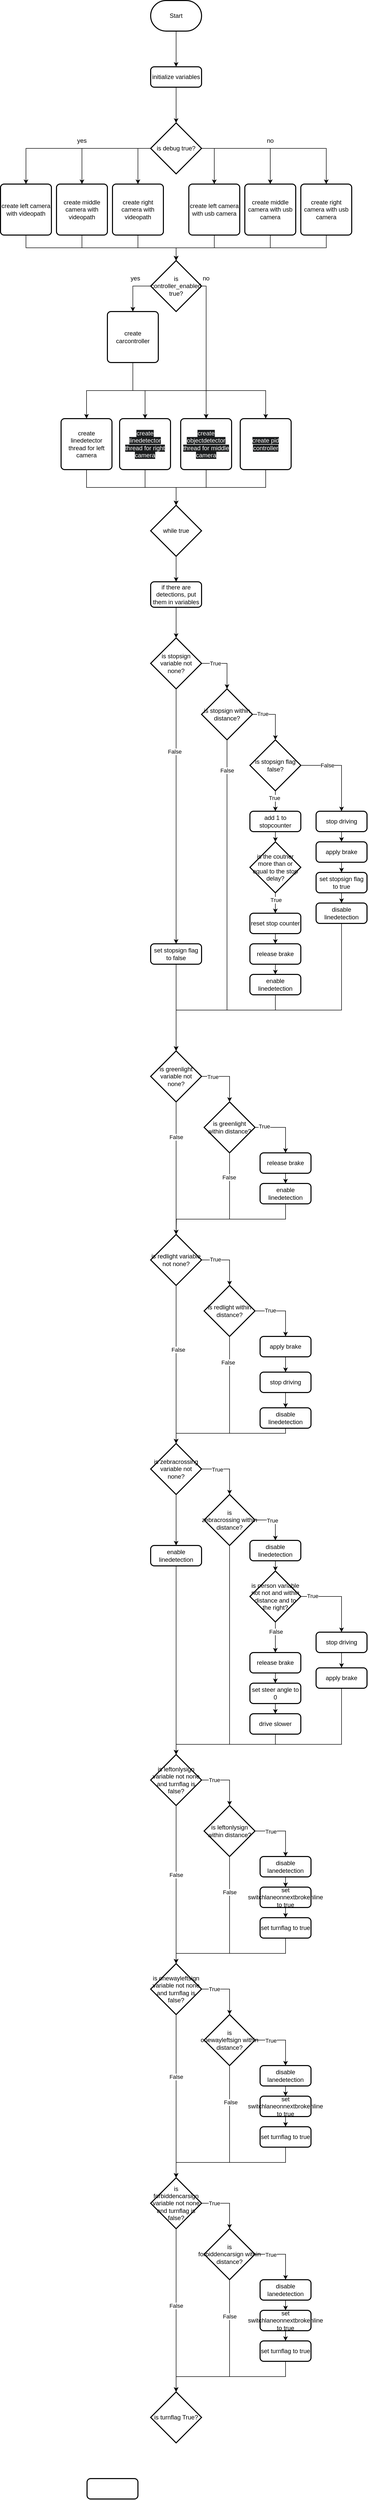
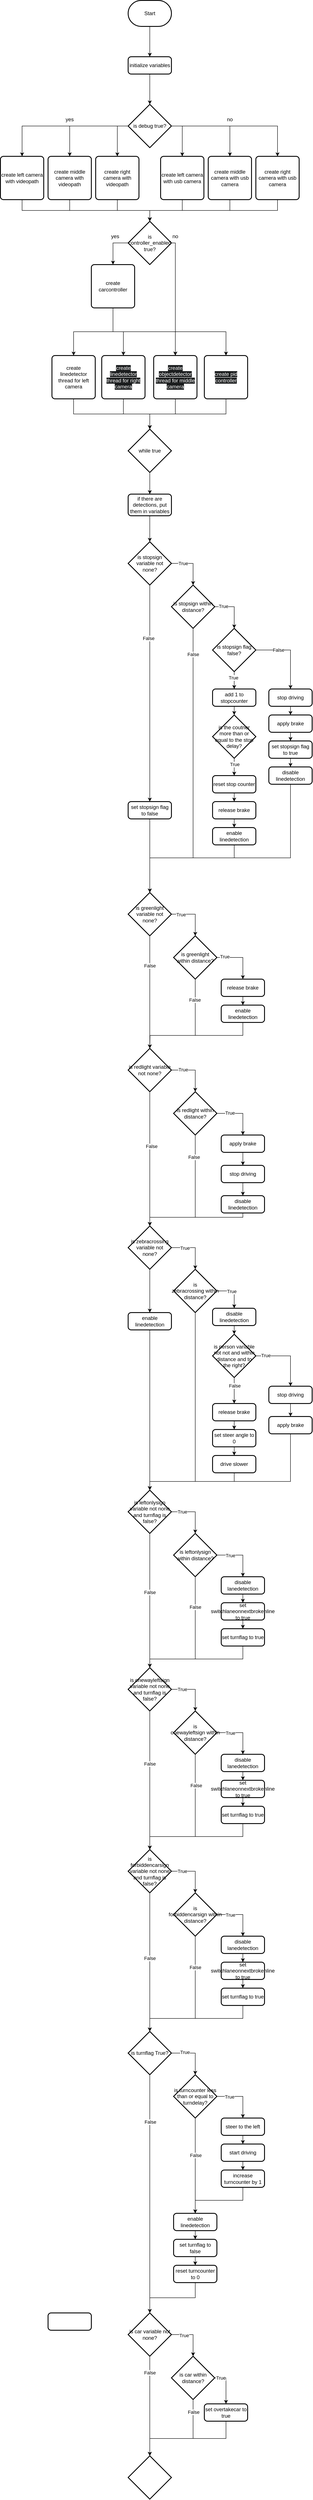
<mxfile host="Electron" agent="Mozilla/5.0 (X11; Linux x86_64) AppleWebKit/537.36 (KHTML, like Gecko) draw.io/29.6.1 Chrome/142.0.7444.265 Electron/39.5.2 Safari/537.36">
  <diagram name="Page-1" id="trSAYwsNCMMECS4tegx-">
-     <mxGraphModel dx="420" dy="1631" grid="1" gridSize="10" guides="1" tooltips="1" connect="1" arrows="1" fold="1" page="1" pageScale="1" pageWidth="850" pageHeight="1100" math="0" shadow="0">
+     <mxGraphModel dx="975" dy="1704" grid="1" gridSize="10" guides="1" tooltips="1" connect="1" arrows="1" fold="1" page="1" pageScale="1" pageWidth="850" pageHeight="1100" math="0" shadow="0">
      <root>
        <mxCell id="0" />
        <mxCell id="1" parent="0" />
        <mxCell id="oaYynXCtSbObmKjgKk2O-36" edge="1" parent="1" source="cpp6Cakv0Q8C6xYtW_qc-5" style="edgeStyle=orthogonalEdgeStyle;rounded=0;orthogonalLoop=1;jettySize=auto;html=1;exitX=0.5;exitY=1;exitDx=0;exitDy=0;exitPerimeter=0;" target="oaYynXCtSbObmKjgKk2O-35">
          <mxGeometry relative="1" as="geometry" />
        </mxCell>
        <mxCell id="cpp6Cakv0Q8C6xYtW_qc-5" parent="1" style="strokeWidth=2;html=1;shape=mxgraph.flowchart.terminator;whiteSpace=wrap;" value="Start" vertex="1">
          <mxGeometry height="60" width="100" x="375" y="-1070" as="geometry" />
        </mxCell>
        <mxCell id="oaYynXCtSbObmKjgKk2O-10" edge="1" parent="1" source="oaYynXCtSbObmKjgKk2O-1" style="edgeStyle=orthogonalEdgeStyle;rounded=0;orthogonalLoop=1;jettySize=auto;html=1;exitX=0;exitY=0.5;exitDx=0;exitDy=0;exitPerimeter=0;" target="oaYynXCtSbObmKjgKk2O-3">
          <mxGeometry relative="1" as="geometry" />
        </mxCell>
        <mxCell id="oaYynXCtSbObmKjgKk2O-11" edge="1" parent="1" source="oaYynXCtSbObmKjgKk2O-1" style="edgeStyle=orthogonalEdgeStyle;rounded=0;orthogonalLoop=1;jettySize=auto;html=1;exitX=0;exitY=0.5;exitDx=0;exitDy=0;exitPerimeter=0;" target="oaYynXCtSbObmKjgKk2O-2">
          <mxGeometry relative="1" as="geometry" />
        </mxCell>
        <mxCell id="oaYynXCtSbObmKjgKk2O-12" edge="1" parent="1" source="oaYynXCtSbObmKjgKk2O-1" style="edgeStyle=orthogonalEdgeStyle;rounded=0;orthogonalLoop=1;jettySize=auto;html=1;exitX=0;exitY=0.5;exitDx=0;exitDy=0;exitPerimeter=0;" target="oaYynXCtSbObmKjgKk2O-4">
          <mxGeometry relative="1" as="geometry" />
        </mxCell>
        <mxCell id="oaYynXCtSbObmKjgKk2O-13" edge="1" parent="1" source="oaYynXCtSbObmKjgKk2O-1" style="edgeStyle=orthogonalEdgeStyle;rounded=0;orthogonalLoop=1;jettySize=auto;html=1;exitX=1;exitY=0.5;exitDx=0;exitDy=0;exitPerimeter=0;" target="oaYynXCtSbObmKjgKk2O-5">
          <mxGeometry relative="1" as="geometry" />
        </mxCell>
        <mxCell id="oaYynXCtSbObmKjgKk2O-14" edge="1" parent="1" source="oaYynXCtSbObmKjgKk2O-1" style="edgeStyle=orthogonalEdgeStyle;rounded=0;orthogonalLoop=1;jettySize=auto;html=1;exitX=1;exitY=0.5;exitDx=0;exitDy=0;exitPerimeter=0;" target="oaYynXCtSbObmKjgKk2O-6">
          <mxGeometry relative="1" as="geometry" />
        </mxCell>
        <mxCell id="oaYynXCtSbObmKjgKk2O-15" edge="1" parent="1" source="oaYynXCtSbObmKjgKk2O-1" style="edgeStyle=orthogonalEdgeStyle;rounded=0;orthogonalLoop=1;jettySize=auto;html=1;exitX=1;exitY=0.5;exitDx=0;exitDy=0;exitPerimeter=0;" target="oaYynXCtSbObmKjgKk2O-7">
          <mxGeometry relative="1" as="geometry" />
        </mxCell>
        <mxCell id="oaYynXCtSbObmKjgKk2O-1" parent="1" style="strokeWidth=2;html=1;shape=mxgraph.flowchart.decision;whiteSpace=wrap;" value="is debug true?" vertex="1">
          <mxGeometry height="100" width="100" x="375" y="-830" as="geometry" />
        </mxCell>
        <mxCell id="oaYynXCtSbObmKjgKk2O-24" edge="1" parent="1" source="oaYynXCtSbObmKjgKk2O-2" style="edgeStyle=orthogonalEdgeStyle;rounded=0;orthogonalLoop=1;jettySize=auto;html=1;exitX=0.5;exitY=1;exitDx=0;exitDy=0;" target="oaYynXCtSbObmKjgKk2O-21">
          <mxGeometry relative="1" as="geometry" />
        </mxCell>
        <mxCell id="oaYynXCtSbObmKjgKk2O-2" parent="1" style="rounded=1;whiteSpace=wrap;html=1;absoluteArcSize=1;arcSize=14;strokeWidth=2;" value="create left camera with videopath" vertex="1">
          <mxGeometry height="100" width="100" x="80" y="-710" as="geometry" />
        </mxCell>
        <mxCell id="oaYynXCtSbObmKjgKk2O-3" parent="1" style="rounded=1;whiteSpace=wrap;html=1;absoluteArcSize=1;arcSize=14;strokeWidth=2;" value="create middle camera with videopath" vertex="1">
          <mxGeometry height="100" width="100" x="190" y="-710" as="geometry" />
        </mxCell>
        <mxCell id="oaYynXCtSbObmKjgKk2O-4" parent="1" style="rounded=1;whiteSpace=wrap;html=1;absoluteArcSize=1;arcSize=14;strokeWidth=2;" value="create right camera with videopath" vertex="1">
          <mxGeometry height="100" width="100" x="300" y="-710" as="geometry" />
        </mxCell>
        <mxCell id="oaYynXCtSbObmKjgKk2O-25" edge="1" parent="1" source="oaYynXCtSbObmKjgKk2O-5" style="edgeStyle=orthogonalEdgeStyle;rounded=0;orthogonalLoop=1;jettySize=auto;html=1;exitX=0.5;exitY=1;exitDx=0;exitDy=0;" target="oaYynXCtSbObmKjgKk2O-21">
          <mxGeometry relative="1" as="geometry" />
        </mxCell>
        <mxCell id="oaYynXCtSbObmKjgKk2O-5" parent="1" style="rounded=1;whiteSpace=wrap;html=1;absoluteArcSize=1;arcSize=14;strokeWidth=2;" value="create left camera with usb camera" vertex="1">
          <mxGeometry height="100" width="100" x="450" y="-710" as="geometry" />
        </mxCell>
        <mxCell id="oaYynXCtSbObmKjgKk2O-26" edge="1" parent="1" source="oaYynXCtSbObmKjgKk2O-6" style="edgeStyle=orthogonalEdgeStyle;rounded=0;orthogonalLoop=1;jettySize=auto;html=1;exitX=0.5;exitY=1;exitDx=0;exitDy=0;" target="oaYynXCtSbObmKjgKk2O-21">
          <mxGeometry relative="1" as="geometry" />
        </mxCell>
        <mxCell id="oaYynXCtSbObmKjgKk2O-6" parent="1" style="rounded=1;whiteSpace=wrap;html=1;absoluteArcSize=1;arcSize=14;strokeWidth=2;" value="create middle camera with usb camera" vertex="1">
          <mxGeometry height="100" width="100" x="560" y="-710" as="geometry" />
        </mxCell>
        <mxCell id="oaYynXCtSbObmKjgKk2O-27" edge="1" parent="1" source="oaYynXCtSbObmKjgKk2O-7" style="edgeStyle=orthogonalEdgeStyle;rounded=0;orthogonalLoop=1;jettySize=auto;html=1;exitX=0.5;exitY=1;exitDx=0;exitDy=0;" target="oaYynXCtSbObmKjgKk2O-21">
          <mxGeometry relative="1" as="geometry" />
        </mxCell>
        <mxCell id="oaYynXCtSbObmKjgKk2O-7" parent="1" style="rounded=1;whiteSpace=wrap;html=1;absoluteArcSize=1;arcSize=14;strokeWidth=2;" value="create right camera with usb camera" vertex="1">
          <mxGeometry height="100" width="100" x="670" y="-710" as="geometry" />
        </mxCell>
        <mxCell id="oaYynXCtSbObmKjgKk2O-18" parent="1" style="text;html=1;whiteSpace=wrap;strokeColor=none;fillColor=none;align=center;verticalAlign=middle;rounded=0;" value="yes" vertex="1">
          <mxGeometry height="30" width="60" x="210" y="-810" as="geometry" />
        </mxCell>
        <mxCell id="oaYynXCtSbObmKjgKk2O-19" parent="1" style="text;html=1;whiteSpace=wrap;strokeColor=none;fillColor=none;align=center;verticalAlign=middle;rounded=0;" value="no" vertex="1">
          <mxGeometry height="30" width="60" x="580" y="-810" as="geometry" />
        </mxCell>
        <mxCell id="oaYynXCtSbObmKjgKk2O-30" edge="1" parent="1" source="oaYynXCtSbObmKjgKk2O-21" style="edgeStyle=orthogonalEdgeStyle;rounded=0;orthogonalLoop=1;jettySize=auto;html=1;exitX=0;exitY=0.5;exitDx=0;exitDy=0;exitPerimeter=0;" target="oaYynXCtSbObmKjgKk2O-28">
          <mxGeometry relative="1" as="geometry" />
        </mxCell>
        <mxCell id="oaYynXCtSbObmKjgKk2O-47" edge="1" parent="1" source="oaYynXCtSbObmKjgKk2O-21" style="edgeStyle=orthogonalEdgeStyle;rounded=0;orthogonalLoop=1;jettySize=auto;html=1;exitX=1;exitY=0.5;exitDx=0;exitDy=0;exitPerimeter=0;" target="oaYynXCtSbObmKjgKk2O-40">
          <mxGeometry relative="1" as="geometry">
            <Array as="points">
              <mxPoint x="484" y="-510" />
            </Array>
          </mxGeometry>
        </mxCell>
        <mxCell id="oaYynXCtSbObmKjgKk2O-21" parent="1" style="strokeWidth=2;html=1;shape=mxgraph.flowchart.decision;whiteSpace=wrap;" value="is controller_enabled true?" vertex="1">
          <mxGeometry height="100" width="100" x="375" y="-560" as="geometry" />
        </mxCell>
        <mxCell id="oaYynXCtSbObmKjgKk2O-22" edge="1" parent="1" source="oaYynXCtSbObmKjgKk2O-4" style="edgeStyle=orthogonalEdgeStyle;rounded=0;orthogonalLoop=1;jettySize=auto;html=1;exitX=0.5;exitY=1;exitDx=0;exitDy=0;entryX=0.5;entryY=0;entryDx=0;entryDy=0;entryPerimeter=0;" target="oaYynXCtSbObmKjgKk2O-21">
          <mxGeometry relative="1" as="geometry" />
        </mxCell>
        <mxCell id="oaYynXCtSbObmKjgKk2O-23" edge="1" parent="1" source="oaYynXCtSbObmKjgKk2O-3" style="edgeStyle=orthogonalEdgeStyle;rounded=0;orthogonalLoop=1;jettySize=auto;html=1;exitX=0.5;exitY=1;exitDx=0;exitDy=0;entryX=0.5;entryY=0;entryDx=0;entryDy=0;entryPerimeter=0;" target="oaYynXCtSbObmKjgKk2O-21">
          <mxGeometry relative="1" as="geometry" />
        </mxCell>
        <mxCell id="oaYynXCtSbObmKjgKk2O-44" edge="1" parent="1" source="oaYynXCtSbObmKjgKk2O-28" style="edgeStyle=orthogonalEdgeStyle;rounded=0;orthogonalLoop=1;jettySize=auto;html=1;exitX=0.5;exitY=1;exitDx=0;exitDy=0;entryX=0.5;entryY=0;entryDx=0;entryDy=0;" target="oaYynXCtSbObmKjgKk2O-38">
          <mxGeometry relative="1" as="geometry" />
        </mxCell>
        <mxCell id="oaYynXCtSbObmKjgKk2O-45" edge="1" parent="1" source="oaYynXCtSbObmKjgKk2O-28" style="edgeStyle=orthogonalEdgeStyle;rounded=0;orthogonalLoop=1;jettySize=auto;html=1;exitX=0.5;exitY=1;exitDx=0;exitDy=0;entryX=0.5;entryY=0;entryDx=0;entryDy=0;" target="oaYynXCtSbObmKjgKk2O-39">
          <mxGeometry relative="1" as="geometry" />
        </mxCell>
        <mxCell id="oaYynXCtSbObmKjgKk2O-46" edge="1" parent="1" source="oaYynXCtSbObmKjgKk2O-28" style="edgeStyle=orthogonalEdgeStyle;rounded=0;orthogonalLoop=1;jettySize=auto;html=1;exitX=0.5;exitY=1;exitDx=0;exitDy=0;" target="oaYynXCtSbObmKjgKk2O-40">
          <mxGeometry relative="1" as="geometry" />
        </mxCell>
        <mxCell id="oaYynXCtSbObmKjgKk2O-50" edge="1" parent="1" source="oaYynXCtSbObmKjgKk2O-28" style="edgeStyle=orthogonalEdgeStyle;rounded=0;orthogonalLoop=1;jettySize=auto;html=1;exitX=0.5;exitY=1;exitDx=0;exitDy=0;" target="oaYynXCtSbObmKjgKk2O-49">
          <mxGeometry relative="1" as="geometry" />
        </mxCell>
        <mxCell id="oaYynXCtSbObmKjgKk2O-28" parent="1" style="rounded=1;whiteSpace=wrap;html=1;absoluteArcSize=1;arcSize=14;strokeWidth=2;" value="create carcontroller" vertex="1">
          <mxGeometry height="100" width="100" x="290" y="-460" as="geometry" />
        </mxCell>
        <mxCell id="oaYynXCtSbObmKjgKk2O-32" parent="1" style="text;html=1;whiteSpace=wrap;strokeColor=none;fillColor=none;align=center;verticalAlign=middle;rounded=0;" value="yes" vertex="1">
          <mxGeometry height="30" width="60" x="315" y="-540" as="geometry" />
        </mxCell>
        <mxCell id="oaYynXCtSbObmKjgKk2O-37" edge="1" parent="1" source="oaYynXCtSbObmKjgKk2O-35" style="edgeStyle=orthogonalEdgeStyle;rounded=0;orthogonalLoop=1;jettySize=auto;html=1;exitX=0.5;exitY=1;exitDx=0;exitDy=0;" target="oaYynXCtSbObmKjgKk2O-1">
          <mxGeometry relative="1" as="geometry" />
        </mxCell>
        <mxCell id="oaYynXCtSbObmKjgKk2O-35" parent="1" style="rounded=1;whiteSpace=wrap;html=1;absoluteArcSize=1;arcSize=14;strokeWidth=2;" value="initialize variables" vertex="1">
          <mxGeometry height="40" width="100" x="375" y="-940" as="geometry" />
        </mxCell>
        <mxCell id="oaYynXCtSbObmKjgKk2O-52" edge="1" parent="1" source="oaYynXCtSbObmKjgKk2O-38" style="edgeStyle=orthogonalEdgeStyle;rounded=0;orthogonalLoop=1;jettySize=auto;html=1;exitX=0.5;exitY=1;exitDx=0;exitDy=0;" target="oaYynXCtSbObmKjgKk2O-51">
          <mxGeometry relative="1" as="geometry" />
        </mxCell>
        <mxCell id="oaYynXCtSbObmKjgKk2O-38" parent="1" style="rounded=1;whiteSpace=wrap;html=1;absoluteArcSize=1;arcSize=14;strokeWidth=2;" value="create linedetector thread for left camera" vertex="1">
          <mxGeometry height="100" width="100" x="199" y="-250" as="geometry" />
        </mxCell>
        <mxCell id="oaYynXCtSbObmKjgKk2O-53" edge="1" parent="1" source="oaYynXCtSbObmKjgKk2O-39" style="edgeStyle=orthogonalEdgeStyle;rounded=0;orthogonalLoop=1;jettySize=auto;html=1;" target="oaYynXCtSbObmKjgKk2O-51">
          <mxGeometry relative="1" as="geometry" />
        </mxCell>
        <mxCell id="oaYynXCtSbObmKjgKk2O-39" parent="1" style="rounded=1;whiteSpace=wrap;html=1;absoluteArcSize=1;arcSize=14;strokeWidth=2;" value="&lt;span style=&quot;color: rgb(255, 255, 255); font-family: Helvetica; font-size: 12px; font-style: normal; font-variant-ligatures: normal; font-variant-caps: normal; font-weight: 400; letter-spacing: normal; orphans: 2; text-align: center; text-indent: 0px; text-transform: none; widows: 2; word-spacing: 0px; -webkit-text-stroke-width: 0px; white-space: normal; background-color: rgb(27, 29, 30); text-decoration-thickness: initial; text-decoration-style: initial; text-decoration-color: initial; display: inline !important; float: none;&quot;&gt;create linedetector thread for right camera&lt;/span&gt;" vertex="1">
          <mxGeometry height="100" width="100" x="314" y="-250" as="geometry" />
        </mxCell>
        <mxCell id="oaYynXCtSbObmKjgKk2O-54" edge="1" parent="1" source="oaYynXCtSbObmKjgKk2O-40" style="edgeStyle=orthogonalEdgeStyle;rounded=0;orthogonalLoop=1;jettySize=auto;html=1;exitX=0.5;exitY=1;exitDx=0;exitDy=0;" target="oaYynXCtSbObmKjgKk2O-51">
          <mxGeometry relative="1" as="geometry" />
        </mxCell>
        <mxCell id="oaYynXCtSbObmKjgKk2O-40" parent="1" style="rounded=1;whiteSpace=wrap;html=1;absoluteArcSize=1;arcSize=14;strokeWidth=2;" value="&lt;span style=&quot;color: rgb(255, 255, 255); font-family: Helvetica; font-size: 12px; font-style: normal; font-variant-ligatures: normal; font-variant-caps: normal; font-weight: 400; letter-spacing: normal; orphans: 2; text-align: center; text-indent: 0px; text-transform: none; widows: 2; word-spacing: 0px; -webkit-text-stroke-width: 0px; white-space: normal; background-color: rgb(27, 29, 30); text-decoration-thickness: initial; text-decoration-style: initial; text-decoration-color: initial; display: inline !important; float: none;&quot;&gt;create objectdetector thread for middle camera&lt;/span&gt;" vertex="1">
          <mxGeometry height="100" width="100" x="434" y="-250" as="geometry" />
        </mxCell>
        <mxCell id="oaYynXCtSbObmKjgKk2O-48" parent="1" style="text;html=1;whiteSpace=wrap;strokeColor=none;fillColor=none;align=center;verticalAlign=middle;rounded=0;" value="no" vertex="1">
          <mxGeometry height="30" width="60" x="454" y="-540" as="geometry" />
        </mxCell>
        <mxCell id="oaYynXCtSbObmKjgKk2O-55" edge="1" parent="1" source="oaYynXCtSbObmKjgKk2O-49" style="edgeStyle=orthogonalEdgeStyle;rounded=0;orthogonalLoop=1;jettySize=auto;html=1;exitX=0.5;exitY=1;exitDx=0;exitDy=0;" target="oaYynXCtSbObmKjgKk2O-51">
          <mxGeometry relative="1" as="geometry" />
        </mxCell>
        <mxCell id="oaYynXCtSbObmKjgKk2O-49" parent="1" style="rounded=1;whiteSpace=wrap;html=1;absoluteArcSize=1;arcSize=14;strokeWidth=2;" value="&lt;span style=&quot;color: rgb(255, 255, 255); font-family: Helvetica; font-size: 12px; font-style: normal; font-variant-ligatures: normal; font-variant-caps: normal; font-weight: 400; letter-spacing: normal; orphans: 2; text-align: center; text-indent: 0px; text-transform: none; widows: 2; word-spacing: 0px; -webkit-text-stroke-width: 0px; white-space: normal; background-color: rgb(27, 29, 30); text-decoration-thickness: initial; text-decoration-style: initial; text-decoration-color: initial; display: inline !important; float: none;&quot;&gt;create pid controller&lt;/span&gt;" vertex="1">
          <mxGeometry height="100" width="100" x="551" y="-250" as="geometry" />
        </mxCell>
        <mxCell id="EWZVm-5fwr14g5OJz49k-3" edge="1" parent="1" source="oaYynXCtSbObmKjgKk2O-51" style="edgeStyle=orthogonalEdgeStyle;rounded=0;orthogonalLoop=1;jettySize=auto;html=1;exitX=0.5;exitY=1;exitDx=0;exitDy=0;exitPerimeter=0;" target="EWZVm-5fwr14g5OJz49k-1">
          <mxGeometry relative="1" as="geometry" />
        </mxCell>
        <mxCell id="oaYynXCtSbObmKjgKk2O-51" parent="1" style="strokeWidth=2;html=1;shape=mxgraph.flowchart.decision;whiteSpace=wrap;" value="while true" vertex="1">
          <mxGeometry height="100" width="100" x="375" y="-80" as="geometry" />
        </mxCell>
        <mxCell id="EWZVm-5fwr14g5OJz49k-5" edge="1" parent="1" source="EWZVm-5fwr14g5OJz49k-1" style="edgeStyle=orthogonalEdgeStyle;rounded=0;orthogonalLoop=1;jettySize=auto;html=1;exitX=0.5;exitY=1;exitDx=0;exitDy=0;" target="EWZVm-5fwr14g5OJz49k-2">
          <mxGeometry relative="1" as="geometry" />
        </mxCell>
        <mxCell id="EWZVm-5fwr14g5OJz49k-1" parent="1" style="rounded=1;whiteSpace=wrap;html=1;absoluteArcSize=1;arcSize=14;strokeWidth=2;" value="if there are detections, put them in variables" vertex="1">
          <mxGeometry height="50" width="100" x="375" y="70" as="geometry" />
        </mxCell>
        <mxCell id="EWZVm-5fwr14g5OJz49k-8" edge="1" parent="1" source="EWZVm-5fwr14g5OJz49k-2" style="edgeStyle=orthogonalEdgeStyle;rounded=0;orthogonalLoop=1;jettySize=auto;html=1;exitX=1;exitY=0.5;exitDx=0;exitDy=0;exitPerimeter=0;" target="EWZVm-5fwr14g5OJz49k-6">
          <mxGeometry relative="1" as="geometry" />
        </mxCell>
        <mxCell id="EWZVm-5fwr14g5OJz49k-10" connectable="0" parent="EWZVm-5fwr14g5OJz49k-8" style="edgeLabel;html=1;align=center;verticalAlign=middle;resizable=0;points=[];" value="True" vertex="1">
          <mxGeometry relative="1" x="-0.4714" as="geometry">
            <mxPoint as="offset" />
          </mxGeometry>
        </mxCell>
        <mxCell id="EWZVm-5fwr14g5OJz49k-37" edge="1" parent="1" source="EWZVm-5fwr14g5OJz49k-2" style="edgeStyle=orthogonalEdgeStyle;rounded=0;orthogonalLoop=1;jettySize=auto;html=1;exitX=0.5;exitY=1;exitDx=0;exitDy=0;exitPerimeter=0;" target="EWZVm-5fwr14g5OJz49k-40">
          <mxGeometry relative="1" as="geometry">
            <mxPoint x="425" y="760" as="targetPoint" />
          </mxGeometry>
        </mxCell>
        <mxCell id="EWZVm-5fwr14g5OJz49k-47" connectable="0" parent="EWZVm-5fwr14g5OJz49k-37" style="edgeLabel;html=1;align=center;verticalAlign=middle;resizable=0;points=[];" value="False" vertex="1">
          <mxGeometry relative="1" x="-0.508" y="-3" as="geometry">
            <mxPoint as="offset" />
          </mxGeometry>
        </mxCell>
        <mxCell id="EWZVm-5fwr14g5OJz49k-2" parent="1" style="strokeWidth=2;html=1;shape=mxgraph.flowchart.decision;whiteSpace=wrap;" value="is stopsign variable not none?" vertex="1">
          <mxGeometry height="100" width="100" x="375" y="180" as="geometry" />
        </mxCell>
        <mxCell id="EWZVm-5fwr14g5OJz49k-9" edge="1" parent="1" source="EWZVm-5fwr14g5OJz49k-6" style="edgeStyle=orthogonalEdgeStyle;rounded=0;orthogonalLoop=1;jettySize=auto;html=1;exitX=1;exitY=0.5;exitDx=0;exitDy=0;exitPerimeter=0;" target="EWZVm-5fwr14g5OJz49k-7">
          <mxGeometry relative="1" as="geometry" />
        </mxCell>
        <mxCell id="EWZVm-5fwr14g5OJz49k-11" connectable="0" parent="EWZVm-5fwr14g5OJz49k-9" style="edgeLabel;html=1;align=center;verticalAlign=middle;resizable=0;points=[];" value="True" vertex="1">
          <mxGeometry relative="1" x="-0.5789" y="1" as="geometry">
            <mxPoint as="offset" />
          </mxGeometry>
        </mxCell>
        <mxCell id="EWZVm-5fwr14g5OJz49k-44" edge="1" parent="1" source="EWZVm-5fwr14g5OJz49k-6" style="edgeStyle=orthogonalEdgeStyle;rounded=0;orthogonalLoop=1;jettySize=auto;html=1;exitX=0.5;exitY=1;exitDx=0;exitDy=0;exitPerimeter=0;" target="EWZVm-5fwr14g5OJz49k-41">
          <mxGeometry relative="1" as="geometry">
            <Array as="points">
              <mxPoint x="525" y="910" />
              <mxPoint x="425" y="910" />
            </Array>
            <mxPoint x="525" y="860" as="targetPoint" />
          </mxGeometry>
        </mxCell>
        <mxCell id="EWZVm-5fwr14g5OJz49k-46" connectable="0" parent="EWZVm-5fwr14g5OJz49k-44" style="edgeLabel;html=1;align=center;verticalAlign=middle;resizable=0;points=[];" value="False" vertex="1">
          <mxGeometry relative="1" x="-0.8313" as="geometry">
            <mxPoint as="offset" />
          </mxGeometry>
        </mxCell>
        <mxCell id="EWZVm-5fwr14g5OJz49k-6" parent="1" style="strokeWidth=2;html=1;shape=mxgraph.flowchart.decision;whiteSpace=wrap;" value="is stopsign within distance?" vertex="1">
          <mxGeometry height="100" width="100" x="475" y="280" as="geometry" />
        </mxCell>
        <mxCell id="EWZVm-5fwr14g5OJz49k-16" edge="1" parent="1" source="EWZVm-5fwr14g5OJz49k-7" style="edgeStyle=orthogonalEdgeStyle;rounded=0;orthogonalLoop=1;jettySize=auto;html=1;exitX=1;exitY=0.5;exitDx=0;exitDy=0;exitPerimeter=0;" target="EWZVm-5fwr14g5OJz49k-12">
          <mxGeometry relative="1" as="geometry" />
        </mxCell>
        <mxCell id="EWZVm-5fwr14g5OJz49k-22" connectable="0" parent="EWZVm-5fwr14g5OJz49k-16" style="edgeLabel;html=1;align=center;verticalAlign=middle;resizable=0;points=[];" value="False" vertex="1">
          <mxGeometry relative="1" x="-0.5571" y="-2" as="geometry">
            <mxPoint x="14" y="-2" as="offset" />
          </mxGeometry>
        </mxCell>
        <mxCell id="EWZVm-5fwr14g5OJz49k-31" edge="1" parent="1" source="EWZVm-5fwr14g5OJz49k-7" style="edgeStyle=orthogonalEdgeStyle;rounded=0;orthogonalLoop=1;jettySize=auto;html=1;exitX=0.5;exitY=1;exitDx=0;exitDy=0;exitPerimeter=0;" target="EWZVm-5fwr14g5OJz49k-24">
          <mxGeometry relative="1" as="geometry" />
        </mxCell>
        <mxCell id="EWZVm-5fwr14g5OJz49k-36" connectable="0" parent="EWZVm-5fwr14g5OJz49k-31" style="edgeLabel;html=1;align=center;verticalAlign=middle;resizable=0;points=[];" value="True" vertex="1">
          <mxGeometry relative="1" x="-0.3" y="-2" as="geometry">
            <mxPoint as="offset" />
          </mxGeometry>
        </mxCell>
        <mxCell id="EWZVm-5fwr14g5OJz49k-7" parent="1" style="strokeWidth=2;html=1;shape=mxgraph.flowchart.decision;whiteSpace=wrap;" value="is stopsign flag false?" vertex="1">
          <mxGeometry height="100" width="100" x="570" y="380" as="geometry" />
        </mxCell>
        <mxCell id="EWZVm-5fwr14g5OJz49k-17" edge="1" parent="1" source="EWZVm-5fwr14g5OJz49k-12" style="edgeStyle=orthogonalEdgeStyle;rounded=0;orthogonalLoop=1;jettySize=auto;html=1;exitX=0.5;exitY=1;exitDx=0;exitDy=0;" target="EWZVm-5fwr14g5OJz49k-13">
          <mxGeometry relative="1" as="geometry" />
        </mxCell>
        <mxCell id="EWZVm-5fwr14g5OJz49k-12" parent="1" style="rounded=1;whiteSpace=wrap;html=1;absoluteArcSize=1;arcSize=14;strokeWidth=2;" value="stop driving" vertex="1">
          <mxGeometry height="40" width="100" x="700" y="520" as="geometry" />
        </mxCell>
        <mxCell id="EWZVm-5fwr14g5OJz49k-18" edge="1" parent="1" source="EWZVm-5fwr14g5OJz49k-13" style="edgeStyle=orthogonalEdgeStyle;rounded=0;orthogonalLoop=1;jettySize=auto;html=1;exitX=0.5;exitY=1;exitDx=0;exitDy=0;" target="EWZVm-5fwr14g5OJz49k-14">
          <mxGeometry relative="1" as="geometry" />
        </mxCell>
        <mxCell id="EWZVm-5fwr14g5OJz49k-13" parent="1" style="rounded=1;whiteSpace=wrap;html=1;absoluteArcSize=1;arcSize=14;strokeWidth=2;" value="apply brake" vertex="1">
          <mxGeometry height="40" width="100" x="700" y="580" as="geometry" />
        </mxCell>
        <mxCell id="EWZVm-5fwr14g5OJz49k-19" edge="1" parent="1" source="EWZVm-5fwr14g5OJz49k-14" style="edgeStyle=orthogonalEdgeStyle;rounded=0;orthogonalLoop=1;jettySize=auto;html=1;exitX=0.5;exitY=1;exitDx=0;exitDy=0;" target="EWZVm-5fwr14g5OJz49k-15">
          <mxGeometry relative="1" as="geometry" />
        </mxCell>
        <mxCell id="EWZVm-5fwr14g5OJz49k-14" parent="1" style="rounded=1;whiteSpace=wrap;html=1;absoluteArcSize=1;arcSize=14;strokeWidth=2;" value="set stopsign flag to true" vertex="1">
          <mxGeometry height="40" width="100" x="700" y="640" as="geometry" />
        </mxCell>
        <mxCell id="EWZVm-5fwr14g5OJz49k-45" edge="1" parent="1" source="EWZVm-5fwr14g5OJz49k-15" style="edgeStyle=orthogonalEdgeStyle;rounded=0;orthogonalLoop=1;jettySize=auto;html=1;exitX=0.5;exitY=1;exitDx=0;exitDy=0;" target="EWZVm-5fwr14g5OJz49k-41">
          <mxGeometry relative="1" as="geometry">
            <Array as="points">
              <mxPoint x="750" y="910" />
              <mxPoint x="425" y="910" />
            </Array>
          </mxGeometry>
        </mxCell>
        <mxCell id="EWZVm-5fwr14g5OJz49k-15" parent="1" style="rounded=1;whiteSpace=wrap;html=1;absoluteArcSize=1;arcSize=14;strokeWidth=2;" value="disable linedetection" vertex="1">
          <mxGeometry height="40" width="100" x="700" y="700" as="geometry" />
        </mxCell>
        <mxCell id="EWZVm-5fwr14g5OJz49k-32" edge="1" parent="1" source="EWZVm-5fwr14g5OJz49k-24" style="edgeStyle=orthogonalEdgeStyle;rounded=0;orthogonalLoop=1;jettySize=auto;html=1;exitX=0.5;exitY=1;exitDx=0;exitDy=0;" target="EWZVm-5fwr14g5OJz49k-28">
          <mxGeometry relative="1" as="geometry" />
        </mxCell>
        <mxCell id="EWZVm-5fwr14g5OJz49k-24" parent="1" style="rounded=1;whiteSpace=wrap;html=1;absoluteArcSize=1;arcSize=14;strokeWidth=2;" value="add 1 to stopcounter" vertex="1">
          <mxGeometry height="40" width="100" x="570" y="520" as="geometry" />
        </mxCell>
        <mxCell id="EWZVm-5fwr14g5OJz49k-33" edge="1" parent="1" source="EWZVm-5fwr14g5OJz49k-28" style="edgeStyle=orthogonalEdgeStyle;rounded=0;orthogonalLoop=1;jettySize=auto;html=1;exitX=0.5;exitY=1;exitDx=0;exitDy=0;exitPerimeter=0;" target="EWZVm-5fwr14g5OJz49k-29">
          <mxGeometry relative="1" as="geometry" />
        </mxCell>
        <mxCell id="EWZVm-5fwr14g5OJz49k-35" connectable="0" parent="EWZVm-5fwr14g5OJz49k-33" style="edgeLabel;html=1;align=center;verticalAlign=middle;resizable=0;points=[];" value="True" vertex="1">
          <mxGeometry relative="1" x="-0.3357" y="1" as="geometry">
            <mxPoint as="offset" />
          </mxGeometry>
        </mxCell>
        <mxCell id="EWZVm-5fwr14g5OJz49k-28" parent="1" style="strokeWidth=2;html=1;shape=mxgraph.flowchart.decision;whiteSpace=wrap;" value="is the coutner more than or equal to the stop delay?" vertex="1">
          <mxGeometry height="100" width="100" x="570" y="580" as="geometry" />
        </mxCell>
        <mxCell id="EWZVm-5fwr14g5OJz49k-34" edge="1" parent="1" source="EWZVm-5fwr14g5OJz49k-29" style="edgeStyle=orthogonalEdgeStyle;rounded=0;orthogonalLoop=1;jettySize=auto;html=1;exitX=0.5;exitY=1;exitDx=0;exitDy=0;" target="EWZVm-5fwr14g5OJz49k-30">
          <mxGeometry relative="1" as="geometry" />
        </mxCell>
        <mxCell id="EWZVm-5fwr14g5OJz49k-29" parent="1" style="rounded=1;whiteSpace=wrap;html=1;absoluteArcSize=1;arcSize=14;strokeWidth=2;" value="reset stop counter" vertex="1">
          <mxGeometry height="40" width="100" x="570" y="720" as="geometry" />
        </mxCell>
        <mxCell id="EWZVm-5fwr14g5OJz49k-55" edge="1" parent="1" source="EWZVm-5fwr14g5OJz49k-30" style="edgeStyle=orthogonalEdgeStyle;rounded=0;orthogonalLoop=1;jettySize=auto;html=1;exitX=0.5;exitY=1;exitDx=0;exitDy=0;" target="EWZVm-5fwr14g5OJz49k-54">
          <mxGeometry relative="1" as="geometry" />
        </mxCell>
        <mxCell id="EWZVm-5fwr14g5OJz49k-30" parent="1" style="rounded=1;whiteSpace=wrap;html=1;absoluteArcSize=1;arcSize=14;strokeWidth=2;" value="release brake" vertex="1">
          <mxGeometry height="40" width="100" x="570" y="780" as="geometry" />
        </mxCell>
        <mxCell id="EWZVm-5fwr14g5OJz49k-42" edge="1" parent="1" source="EWZVm-5fwr14g5OJz49k-40" style="edgeStyle=orthogonalEdgeStyle;rounded=0;orthogonalLoop=1;jettySize=auto;html=1;exitX=0.5;exitY=1;exitDx=0;exitDy=0;" target="EWZVm-5fwr14g5OJz49k-41">
          <mxGeometry relative="1" as="geometry" />
        </mxCell>
        <mxCell id="EWZVm-5fwr14g5OJz49k-40" parent="1" style="rounded=1;whiteSpace=wrap;html=1;absoluteArcSize=1;arcSize=14;strokeWidth=2;" value="set stopsign flag to false" vertex="1">
          <mxGeometry height="40" width="100" x="375" y="780" as="geometry" />
        </mxCell>
        <mxCell id="EWZVm-5fwr14g5OJz49k-60" edge="1" parent="1" source="EWZVm-5fwr14g5OJz49k-41" style="edgeStyle=orthogonalEdgeStyle;rounded=0;orthogonalLoop=1;jettySize=auto;html=1;exitX=0.5;exitY=1;exitDx=0;exitDy=0;exitPerimeter=0;">
          <mxGeometry relative="1" as="geometry">
            <mxPoint x="425" y="1350" as="targetPoint" />
          </mxGeometry>
        </mxCell>
        <mxCell id="EWZVm-5fwr14g5OJz49k-79" connectable="0" parent="EWZVm-5fwr14g5OJz49k-60" style="edgeLabel;html=1;align=center;verticalAlign=middle;resizable=0;points=[];" value="False" vertex="1">
          <mxGeometry relative="1" x="-0.4747" as="geometry">
            <mxPoint as="offset" />
          </mxGeometry>
        </mxCell>
        <mxCell id="EWZVm-5fwr14g5OJz49k-41" parent="1" style="strokeWidth=2;html=1;shape=mxgraph.flowchart.decision;whiteSpace=wrap;" value="is greenlight variable not none?" vertex="1">
          <mxGeometry height="100" width="100" x="375" y="990" as="geometry" />
        </mxCell>
        <mxCell id="EWZVm-5fwr14g5OJz49k-58" edge="1" parent="1" source="EWZVm-5fwr14g5OJz49k-49" style="edgeStyle=orthogonalEdgeStyle;rounded=0;orthogonalLoop=1;jettySize=auto;html=1;exitX=1;exitY=0.5;exitDx=0;exitDy=0;exitPerimeter=0;entryX=0.5;entryY=0;entryDx=0;entryDy=0;" target="EWZVm-5fwr14g5OJz49k-50">
          <mxGeometry relative="1" as="geometry" />
        </mxCell>
        <mxCell id="EWZVm-5fwr14g5OJz49k-77" connectable="0" parent="EWZVm-5fwr14g5OJz49k-58" style="edgeLabel;html=1;align=center;verticalAlign=middle;resizable=0;points=[];" value="True" vertex="1">
          <mxGeometry relative="1" x="-0.6753" y="2" as="geometry">
            <mxPoint as="offset" />
          </mxGeometry>
        </mxCell>
        <mxCell id="EWZVm-5fwr14g5OJz49k-61" edge="1" parent="1" source="EWZVm-5fwr14g5OJz49k-49" style="edgeStyle=orthogonalEdgeStyle;rounded=0;orthogonalLoop=1;jettySize=auto;html=1;exitX=0.5;exitY=1;exitDx=0;exitDy=0;exitPerimeter=0;">
          <mxGeometry relative="1" as="geometry">
            <Array as="points">
              <mxPoint x="530" y="1320" />
              <mxPoint x="425" y="1320" />
            </Array>
            <mxPoint x="425" y="1350" as="targetPoint" />
          </mxGeometry>
        </mxCell>
        <mxCell id="EWZVm-5fwr14g5OJz49k-78" connectable="0" parent="EWZVm-5fwr14g5OJz49k-61" style="edgeLabel;html=1;align=center;verticalAlign=middle;resizable=0;points=[];" value="False" vertex="1">
          <mxGeometry relative="1" x="-0.641" y="-1" as="geometry">
            <mxPoint as="offset" />
          </mxGeometry>
        </mxCell>
        <mxCell id="EWZVm-5fwr14g5OJz49k-49" parent="1" style="strokeWidth=2;html=1;shape=mxgraph.flowchart.decision;whiteSpace=wrap;" value="is greenlight within distance?" vertex="1">
          <mxGeometry height="100" width="100" x="480" y="1090" as="geometry" />
        </mxCell>
        <mxCell id="EWZVm-5fwr14g5OJz49k-62" edge="1" parent="1" source="EWZVm-5fwr14g5OJz49k-50" style="edgeStyle=orthogonalEdgeStyle;rounded=0;orthogonalLoop=1;jettySize=auto;html=1;exitX=0.5;exitY=1;exitDx=0;exitDy=0;" target="EWZVm-5fwr14g5OJz49k-51">
          <mxGeometry relative="1" as="geometry" />
        </mxCell>
        <mxCell id="EWZVm-5fwr14g5OJz49k-50" parent="1" style="rounded=1;whiteSpace=wrap;html=1;absoluteArcSize=1;arcSize=14;strokeWidth=2;" value="release brake" vertex="1">
          <mxGeometry height="40" width="100" x="590" y="1190" as="geometry" />
        </mxCell>
        <mxCell id="EWZVm-5fwr14g5OJz49k-63" edge="1" parent="1" source="EWZVm-5fwr14g5OJz49k-51" style="edgeStyle=orthogonalEdgeStyle;rounded=0;orthogonalLoop=1;jettySize=auto;html=1;exitX=0.5;exitY=1;exitDx=0;exitDy=0;">
          <mxGeometry relative="1" as="geometry">
            <mxPoint x="425" y="1350" as="targetPoint" />
          </mxGeometry>
        </mxCell>
        <mxCell id="EWZVm-5fwr14g5OJz49k-51" parent="1" style="rounded=1;whiteSpace=wrap;html=1;absoluteArcSize=1;arcSize=14;strokeWidth=2;" value="enable linedetection" vertex="1">
          <mxGeometry height="40" width="100" x="590" y="1250" as="geometry" />
        </mxCell>
        <mxCell id="EWZVm-5fwr14g5OJz49k-53" parent="1" style="rounded=1;whiteSpace=wrap;html=1;absoluteArcSize=1;arcSize=14;strokeWidth=2;" value="" vertex="1">
-           <mxGeometry height="40" width="100" x="250" y="3790" as="geometry" />
+           <mxGeometry height="40" width="100" x="190" y="4270" as="geometry" />
        </mxCell>
        <mxCell id="EWZVm-5fwr14g5OJz49k-56" edge="1" parent="1" source="EWZVm-5fwr14g5OJz49k-54" style="edgeStyle=orthogonalEdgeStyle;rounded=0;orthogonalLoop=1;jettySize=auto;html=1;exitX=0.5;exitY=1;exitDx=0;exitDy=0;" target="EWZVm-5fwr14g5OJz49k-41">
          <mxGeometry relative="1" as="geometry">
            <Array as="points">
              <mxPoint x="620" y="910" />
              <mxPoint x="425" y="910" />
            </Array>
          </mxGeometry>
        </mxCell>
        <mxCell id="EWZVm-5fwr14g5OJz49k-54" parent="1" style="rounded=1;whiteSpace=wrap;html=1;absoluteArcSize=1;arcSize=14;strokeWidth=2;" value="enable linedetection" vertex="1">
          <mxGeometry height="40" width="100" x="570" y="840" as="geometry" />
        </mxCell>
        <mxCell id="EWZVm-5fwr14g5OJz49k-57" edge="1" parent="1" source="EWZVm-5fwr14g5OJz49k-41" style="edgeStyle=orthogonalEdgeStyle;rounded=0;orthogonalLoop=1;jettySize=auto;html=1;exitX=1;exitY=0.5;exitDx=0;exitDy=0;exitPerimeter=0;entryX=0.5;entryY=0;entryDx=0;entryDy=0;entryPerimeter=0;" target="EWZVm-5fwr14g5OJz49k-49">
          <mxGeometry relative="1" as="geometry" />
        </mxCell>
        <mxCell id="EWZVm-5fwr14g5OJz49k-76" connectable="0" parent="EWZVm-5fwr14g5OJz49k-57" style="edgeLabel;html=1;align=center;verticalAlign=middle;resizable=0;points=[];" value="True" vertex="1">
          <mxGeometry relative="1" x="-0.5782" y="-1" as="geometry">
            <mxPoint as="offset" />
          </mxGeometry>
        </mxCell>
        <mxCell id="EWZVm-5fwr14g5OJz49k-75" edge="1" parent="1" source="EWZVm-5fwr14g5OJz49k-64" style="edgeStyle=orthogonalEdgeStyle;rounded=0;orthogonalLoop=1;jettySize=auto;html=1;exitX=0.5;exitY=1;exitDx=0;exitDy=0;exitPerimeter=0;" target="EWZVm-5fwr14g5OJz49k-74">
          <mxGeometry relative="1" as="geometry" />
        </mxCell>
        <mxCell id="EWZVm-5fwr14g5OJz49k-85" connectable="0" parent="EWZVm-5fwr14g5OJz49k-75" style="edgeLabel;html=1;align=center;verticalAlign=middle;resizable=0;points=[];" value="False" vertex="1">
          <mxGeometry relative="1" x="-0.1862" y="4" as="geometry">
            <mxPoint as="offset" />
          </mxGeometry>
        </mxCell>
        <mxCell id="EWZVm-5fwr14g5OJz49k-64" parent="1" style="strokeWidth=2;html=1;shape=mxgraph.flowchart.decision;whiteSpace=wrap;" value="is redlight variable not none?" vertex="1">
          <mxGeometry height="100" width="100" x="375" y="1350" as="geometry" />
        </mxCell>
        <mxCell id="EWZVm-5fwr14g5OJz49k-65" edge="1" parent="1" source="EWZVm-5fwr14g5OJz49k-66" style="edgeStyle=orthogonalEdgeStyle;rounded=0;orthogonalLoop=1;jettySize=auto;html=1;exitX=1;exitY=0.5;exitDx=0;exitDy=0;exitPerimeter=0;entryX=0.5;entryY=0;entryDx=0;entryDy=0;" target="EWZVm-5fwr14g5OJz49k-68">
          <mxGeometry relative="1" as="geometry" />
        </mxCell>
        <mxCell id="EWZVm-5fwr14g5OJz49k-81" connectable="0" parent="EWZVm-5fwr14g5OJz49k-65" style="edgeLabel;html=1;align=center;verticalAlign=middle;resizable=0;points=[];" value="True" vertex="1">
          <mxGeometry relative="1" x="-0.4545" y="1" as="geometry">
            <mxPoint as="offset" />
          </mxGeometry>
        </mxCell>
        <mxCell id="EWZVm-5fwr14g5OJz49k-82" edge="1" parent="1" source="EWZVm-5fwr14g5OJz49k-66" style="edgeStyle=orthogonalEdgeStyle;rounded=0;orthogonalLoop=1;jettySize=auto;html=1;exitX=0.5;exitY=1;exitDx=0;exitDy=0;exitPerimeter=0;" target="EWZVm-5fwr14g5OJz49k-74">
          <mxGeometry relative="1" as="geometry">
            <Array as="points">
              <mxPoint x="530" y="1740" />
              <mxPoint x="425" y="1740" />
            </Array>
          </mxGeometry>
        </mxCell>
        <mxCell id="EWZVm-5fwr14g5OJz49k-84" connectable="0" parent="EWZVm-5fwr14g5OJz49k-82" style="edgeLabel;html=1;align=center;verticalAlign=middle;resizable=0;points=[];" value="False" vertex="1">
          <mxGeometry relative="1" x="-0.6798" y="-3" as="geometry">
            <mxPoint as="offset" />
          </mxGeometry>
        </mxCell>
        <mxCell id="EWZVm-5fwr14g5OJz49k-66" parent="1" style="strokeWidth=2;html=1;shape=mxgraph.flowchart.decision;whiteSpace=wrap;" value="is redlight within distance?" vertex="1">
          <mxGeometry height="100" width="100" x="480" y="1450" as="geometry" />
        </mxCell>
        <mxCell id="EWZVm-5fwr14g5OJz49k-72" edge="1" parent="1" source="EWZVm-5fwr14g5OJz49k-68" style="edgeStyle=orthogonalEdgeStyle;rounded=0;orthogonalLoop=1;jettySize=auto;html=1;exitX=0.5;exitY=1;exitDx=0;exitDy=0;" target="EWZVm-5fwr14g5OJz49k-71">
          <mxGeometry relative="1" as="geometry" />
        </mxCell>
        <mxCell id="EWZVm-5fwr14g5OJz49k-68" parent="1" style="rounded=1;whiteSpace=wrap;html=1;absoluteArcSize=1;arcSize=14;strokeWidth=2;" value="apply brake" vertex="1">
          <mxGeometry height="40" width="100" x="590" y="1550" as="geometry" />
        </mxCell>
        <mxCell id="EWZVm-5fwr14g5OJz49k-83" edge="1" parent="1" source="EWZVm-5fwr14g5OJz49k-69" style="edgeStyle=orthogonalEdgeStyle;rounded=0;orthogonalLoop=1;jettySize=auto;html=1;exitX=0.5;exitY=1;exitDx=0;exitDy=0;" target="EWZVm-5fwr14g5OJz49k-74">
          <mxGeometry relative="1" as="geometry">
            <Array as="points">
              <mxPoint x="640" y="1740" />
              <mxPoint x="425" y="1740" />
            </Array>
          </mxGeometry>
        </mxCell>
        <mxCell id="EWZVm-5fwr14g5OJz49k-69" parent="1" style="rounded=1;whiteSpace=wrap;html=1;absoluteArcSize=1;arcSize=14;strokeWidth=2;" value="disable linedetection" vertex="1">
          <mxGeometry height="40" width="100" x="590" y="1690" as="geometry" />
        </mxCell>
        <mxCell id="EWZVm-5fwr14g5OJz49k-70" edge="1" parent="1" source="EWZVm-5fwr14g5OJz49k-64" style="edgeStyle=orthogonalEdgeStyle;rounded=0;orthogonalLoop=1;jettySize=auto;html=1;exitX=1;exitY=0.5;exitDx=0;exitDy=0;exitPerimeter=0;entryX=0.5;entryY=0;entryDx=0;entryDy=0;entryPerimeter=0;" target="EWZVm-5fwr14g5OJz49k-66">
          <mxGeometry relative="1" as="geometry" />
        </mxCell>
        <mxCell id="EWZVm-5fwr14g5OJz49k-80" connectable="0" parent="EWZVm-5fwr14g5OJz49k-70" style="edgeLabel;html=1;align=center;verticalAlign=middle;resizable=0;points=[];" value="True" vertex="1">
          <mxGeometry relative="1" x="-0.4966" y="1" as="geometry">
            <mxPoint as="offset" />
          </mxGeometry>
        </mxCell>
        <mxCell id="EWZVm-5fwr14g5OJz49k-73" edge="1" parent="1" source="EWZVm-5fwr14g5OJz49k-71" style="edgeStyle=orthogonalEdgeStyle;rounded=0;orthogonalLoop=1;jettySize=auto;html=1;exitX=0.5;exitY=1;exitDx=0;exitDy=0;" target="EWZVm-5fwr14g5OJz49k-69">
          <mxGeometry relative="1" as="geometry" />
        </mxCell>
        <mxCell id="EWZVm-5fwr14g5OJz49k-71" parent="1" style="rounded=1;whiteSpace=wrap;html=1;absoluteArcSize=1;arcSize=14;strokeWidth=2;" value="stop driving" vertex="1">
          <mxGeometry height="40" width="100" x="590" y="1620" as="geometry" />
        </mxCell>
        <mxCell id="EWZVm-5fwr14g5OJz49k-113" edge="1" parent="1" source="EWZVm-5fwr14g5OJz49k-74" style="edgeStyle=orthogonalEdgeStyle;rounded=0;orthogonalLoop=1;jettySize=auto;html=1;exitX=0.5;exitY=1;exitDx=0;exitDy=0;exitPerimeter=0;" target="EWZVm-5fwr14g5OJz49k-112">
          <mxGeometry relative="1" as="geometry" />
        </mxCell>
        <mxCell id="EWZVm-5fwr14g5OJz49k-74" parent="1" style="strokeWidth=2;html=1;shape=mxgraph.flowchart.decision;whiteSpace=wrap;" value="is zebracrossing variable not none?" vertex="1">
          <mxGeometry height="100" width="100" x="375" y="1760" as="geometry" />
        </mxCell>
        <mxCell id="EWZVm-5fwr14g5OJz49k-109" edge="1" parent="1" source="EWZVm-5fwr14g5OJz49k-86" style="edgeStyle=orthogonalEdgeStyle;rounded=0;orthogonalLoop=1;jettySize=auto;html=1;exitX=0.5;exitY=1;exitDx=0;exitDy=0;exitPerimeter=0;" target="EWZVm-5fwr14g5OJz49k-107">
          <mxGeometry relative="1" as="geometry">
            <Array as="points">
              <mxPoint x="530" y="2350" />
              <mxPoint x="425" y="2350" />
            </Array>
          </mxGeometry>
        </mxCell>
        <mxCell id="EWZVm-5fwr14g5OJz49k-86" parent="1" style="strokeWidth=2;html=1;shape=mxgraph.flowchart.decision;whiteSpace=wrap;" value="is zebracrossing&amp;nbsp;within distance?" vertex="1">
          <mxGeometry height="100" width="100" x="480" y="1860" as="geometry" />
        </mxCell>
        <mxCell id="EWZVm-5fwr14g5OJz49k-89" edge="1" parent="1" source="EWZVm-5fwr14g5OJz49k-87" style="edgeStyle=orthogonalEdgeStyle;rounded=0;orthogonalLoop=1;jettySize=auto;html=1;exitX=1;exitY=0.5;exitDx=0;exitDy=0;exitPerimeter=0;" target="EWZVm-5fwr14g5OJz49k-88">
          <mxGeometry relative="1" as="geometry" />
        </mxCell>
        <mxCell id="EWZVm-5fwr14g5OJz49k-94" connectable="0" parent="EWZVm-5fwr14g5OJz49k-89" style="edgeLabel;html=1;align=center;verticalAlign=middle;resizable=0;points=[];" value="True" vertex="1">
          <mxGeometry relative="1" x="-0.6941" y="1" as="geometry">
            <mxPoint as="offset" />
          </mxGeometry>
        </mxCell>
        <mxCell id="EWZVm-5fwr14g5OJz49k-102" edge="1" parent="1" source="EWZVm-5fwr14g5OJz49k-87" style="edgeStyle=orthogonalEdgeStyle;rounded=0;orthogonalLoop=1;jettySize=auto;html=1;exitX=0.5;exitY=1;exitDx=0;exitDy=0;exitPerimeter=0;" target="EWZVm-5fwr14g5OJz49k-99">
          <mxGeometry relative="1" as="geometry" />
        </mxCell>
        <mxCell id="EWZVm-5fwr14g5OJz49k-106" connectable="0" parent="EWZVm-5fwr14g5OJz49k-102" style="edgeLabel;html=1;align=center;verticalAlign=middle;resizable=0;points=[];" value="False" vertex="1">
          <mxGeometry relative="1" x="-0.3824" y="1" as="geometry">
            <mxPoint as="offset" />
          </mxGeometry>
        </mxCell>
        <mxCell id="EWZVm-5fwr14g5OJz49k-87" parent="1" style="strokeWidth=2;html=1;shape=mxgraph.flowchart.decision;whiteSpace=wrap;" value="is person variable not not and within distance and to the right?" vertex="1">
          <mxGeometry height="100" width="100" x="570" y="2010" as="geometry" />
        </mxCell>
        <mxCell id="EWZVm-5fwr14g5OJz49k-98" edge="1" parent="1" source="EWZVm-5fwr14g5OJz49k-88" style="edgeStyle=orthogonalEdgeStyle;rounded=0;orthogonalLoop=1;jettySize=auto;html=1;exitX=0.5;exitY=1;exitDx=0;exitDy=0;" target="EWZVm-5fwr14g5OJz49k-97">
          <mxGeometry relative="1" as="geometry" />
        </mxCell>
        <mxCell id="EWZVm-5fwr14g5OJz49k-88" parent="1" style="rounded=1;whiteSpace=wrap;html=1;absoluteArcSize=1;arcSize=14;strokeWidth=2;" value="stop driving" vertex="1">
          <mxGeometry height="40" width="100" x="700" y="2130" as="geometry" />
        </mxCell>
        <mxCell id="EWZVm-5fwr14g5OJz49k-90" edge="1" parent="1" source="EWZVm-5fwr14g5OJz49k-74" style="edgeStyle=orthogonalEdgeStyle;rounded=0;orthogonalLoop=1;jettySize=auto;html=1;exitX=1;exitY=0.5;exitDx=0;exitDy=0;exitPerimeter=0;entryX=0.5;entryY=0;entryDx=0;entryDy=0;entryPerimeter=0;" target="EWZVm-5fwr14g5OJz49k-86">
          <mxGeometry relative="1" as="geometry" />
        </mxCell>
        <mxCell id="EWZVm-5fwr14g5OJz49k-92" connectable="0" parent="EWZVm-5fwr14g5OJz49k-90" style="edgeLabel;html=1;align=center;verticalAlign=middle;resizable=0;points=[];" value="True" vertex="1">
          <mxGeometry relative="1" x="-0.405" y="-1" as="geometry">
            <mxPoint as="offset" />
          </mxGeometry>
        </mxCell>
        <mxCell id="EWZVm-5fwr14g5OJz49k-91" edge="1" parent="1" source="EWZVm-5fwr14g5OJz49k-86" style="edgeStyle=orthogonalEdgeStyle;rounded=0;orthogonalLoop=1;jettySize=auto;html=1;exitX=1;exitY=0.5;exitDx=0;exitDy=0;exitPerimeter=0;entryX=0.5;entryY=0;entryDx=0;entryDy=0;" target="EWZVm-5fwr14g5OJz49k-95">
          <mxGeometry relative="1" as="geometry">
            <Array as="points">
              <mxPoint x="620" y="1910" />
            </Array>
            <mxPoint x="660" y="1910" as="targetPoint" />
          </mxGeometry>
        </mxCell>
        <mxCell id="EWZVm-5fwr14g5OJz49k-93" connectable="0" parent="EWZVm-5fwr14g5OJz49k-91" style="edgeLabel;html=1;align=center;verticalAlign=middle;resizable=0;points=[];" value="True" vertex="1">
          <mxGeometry relative="1" x="-0.4871" y="-1" as="geometry">
            <mxPoint x="13" as="offset" />
          </mxGeometry>
        </mxCell>
        <mxCell id="EWZVm-5fwr14g5OJz49k-96" edge="1" parent="1" source="EWZVm-5fwr14g5OJz49k-95" style="edgeStyle=orthogonalEdgeStyle;rounded=0;orthogonalLoop=1;jettySize=auto;html=1;exitX=0.5;exitY=1;exitDx=0;exitDy=0;" target="EWZVm-5fwr14g5OJz49k-87">
          <mxGeometry relative="1" as="geometry" />
        </mxCell>
        <mxCell id="EWZVm-5fwr14g5OJz49k-95" parent="1" style="rounded=1;whiteSpace=wrap;html=1;absoluteArcSize=1;arcSize=14;strokeWidth=2;" value="disable linedetection" vertex="1">
          <mxGeometry height="40" width="100" x="570" y="1950" as="geometry" />
        </mxCell>
        <mxCell id="EWZVm-5fwr14g5OJz49k-111" edge="1" parent="1" source="EWZVm-5fwr14g5OJz49k-97" style="edgeStyle=orthogonalEdgeStyle;rounded=0;orthogonalLoop=1;jettySize=auto;html=1;" target="EWZVm-5fwr14g5OJz49k-107">
          <mxGeometry relative="1" as="geometry">
            <Array as="points">
              <mxPoint x="750" y="2350" />
              <mxPoint x="425" y="2350" />
            </Array>
          </mxGeometry>
        </mxCell>
        <mxCell id="EWZVm-5fwr14g5OJz49k-97" parent="1" style="rounded=1;whiteSpace=wrap;html=1;absoluteArcSize=1;arcSize=14;strokeWidth=2;" value="apply brake" vertex="1">
          <mxGeometry height="40" width="100" x="700" y="2200" as="geometry" />
        </mxCell>
        <mxCell id="EWZVm-5fwr14g5OJz49k-104" edge="1" parent="1" source="EWZVm-5fwr14g5OJz49k-99" style="edgeStyle=orthogonalEdgeStyle;rounded=0;orthogonalLoop=1;jettySize=auto;html=1;exitX=0.5;exitY=1;exitDx=0;exitDy=0;" target="EWZVm-5fwr14g5OJz49k-100">
          <mxGeometry relative="1" as="geometry" />
        </mxCell>
        <mxCell id="EWZVm-5fwr14g5OJz49k-99" parent="1" style="rounded=1;whiteSpace=wrap;html=1;absoluteArcSize=1;arcSize=14;strokeWidth=2;" value="release brake" vertex="1">
          <mxGeometry height="40" width="100" x="570" y="2170" as="geometry" />
        </mxCell>
        <mxCell id="EWZVm-5fwr14g5OJz49k-105" edge="1" parent="1" source="EWZVm-5fwr14g5OJz49k-100" style="edgeStyle=orthogonalEdgeStyle;rounded=0;orthogonalLoop=1;jettySize=auto;html=1;exitX=0.5;exitY=1;exitDx=0;exitDy=0;" target="EWZVm-5fwr14g5OJz49k-101">
          <mxGeometry relative="1" as="geometry" />
        </mxCell>
        <mxCell id="EWZVm-5fwr14g5OJz49k-100" parent="1" style="rounded=1;whiteSpace=wrap;html=1;absoluteArcSize=1;arcSize=14;strokeWidth=2;" value="set steer angle to 0" vertex="1">
          <mxGeometry height="40" width="100" x="570" y="2230" as="geometry" />
        </mxCell>
        <mxCell id="EWZVm-5fwr14g5OJz49k-110" edge="1" parent="1" source="EWZVm-5fwr14g5OJz49k-101" style="edgeStyle=orthogonalEdgeStyle;rounded=0;orthogonalLoop=1;jettySize=auto;html=1;exitX=0.5;exitY=1;exitDx=0;exitDy=0;" target="EWZVm-5fwr14g5OJz49k-107">
          <mxGeometry relative="1" as="geometry" />
        </mxCell>
        <mxCell id="EWZVm-5fwr14g5OJz49k-101" parent="1" style="rounded=1;whiteSpace=wrap;html=1;absoluteArcSize=1;arcSize=14;strokeWidth=2;" value="drive slower" vertex="1">
          <mxGeometry height="40" width="100" x="570" y="2290" as="geometry" />
        </mxCell>
        <mxCell id="EWZVm-5fwr14g5OJz49k-136" edge="1" parent="1" source="EWZVm-5fwr14g5OJz49k-107" style="edgeStyle=orthogonalEdgeStyle;rounded=0;orthogonalLoop=1;jettySize=auto;html=1;exitX=0.5;exitY=1;exitDx=0;exitDy=0;exitPerimeter=0;" target="EWZVm-5fwr14g5OJz49k-125">
          <mxGeometry relative="1" as="geometry" />
        </mxCell>
        <mxCell id="EWZVm-5fwr14g5OJz49k-140" connectable="0" parent="EWZVm-5fwr14g5OJz49k-136" style="edgeLabel;html=1;align=center;verticalAlign=middle;resizable=0;points=[];" value="False" vertex="1">
          <mxGeometry relative="1" x="-0.1269" as="geometry">
            <mxPoint as="offset" />
          </mxGeometry>
        </mxCell>
        <mxCell id="EWZVm-5fwr14g5OJz49k-107" parent="1" style="strokeWidth=2;html=1;shape=mxgraph.flowchart.decision;whiteSpace=wrap;" value="is leftonlysign variable not none and turnflag is false?" vertex="1">
          <mxGeometry height="100" width="100" x="375" y="2370" as="geometry" />
        </mxCell>
        <mxCell id="EWZVm-5fwr14g5OJz49k-114" edge="1" parent="1" source="EWZVm-5fwr14g5OJz49k-112" style="edgeStyle=orthogonalEdgeStyle;rounded=0;orthogonalLoop=1;jettySize=auto;html=1;exitX=0.5;exitY=1;exitDx=0;exitDy=0;" target="EWZVm-5fwr14g5OJz49k-107">
          <mxGeometry relative="1" as="geometry" />
        </mxCell>
        <mxCell id="EWZVm-5fwr14g5OJz49k-112" parent="1" style="rounded=1;whiteSpace=wrap;html=1;absoluteArcSize=1;arcSize=14;strokeWidth=2;" value="enable linedetection" vertex="1">
          <mxGeometry height="40" width="100" x="375" y="1960" as="geometry" />
        </mxCell>
        <mxCell id="EWZVm-5fwr14g5OJz49k-118" edge="1" parent="1" source="EWZVm-5fwr14g5OJz49k-115" style="edgeStyle=orthogonalEdgeStyle;rounded=0;orthogonalLoop=1;jettySize=auto;html=1;exitX=1;exitY=0.5;exitDx=0;exitDy=0;exitPerimeter=0;entryX=0.5;entryY=0;entryDx=0;entryDy=0;" target="EWZVm-5fwr14g5OJz49k-117">
          <mxGeometry relative="1" as="geometry" />
        </mxCell>
        <mxCell id="EWZVm-5fwr14g5OJz49k-120" connectable="0" parent="EWZVm-5fwr14g5OJz49k-118" style="edgeLabel;html=1;align=center;verticalAlign=middle;resizable=0;points=[];" value="True" vertex="1">
          <mxGeometry relative="1" x="-0.4424" y="-1" as="geometry">
            <mxPoint as="offset" />
          </mxGeometry>
        </mxCell>
        <mxCell id="EWZVm-5fwr14g5OJz49k-137" edge="1" parent="1" source="EWZVm-5fwr14g5OJz49k-115" style="edgeStyle=orthogonalEdgeStyle;rounded=0;orthogonalLoop=1;jettySize=auto;html=1;exitX=0.5;exitY=1;exitDx=0;exitDy=0;exitPerimeter=0;" target="EWZVm-5fwr14g5OJz49k-125">
          <mxGeometry relative="1" as="geometry">
            <Array as="points">
              <mxPoint x="530" y="2760" />
              <mxPoint x="425" y="2760" />
            </Array>
          </mxGeometry>
        </mxCell>
        <mxCell id="EWZVm-5fwr14g5OJz49k-139" connectable="0" parent="EWZVm-5fwr14g5OJz49k-137" style="edgeLabel;html=1;align=center;verticalAlign=middle;resizable=0;points=[];" value="False" vertex="1">
          <mxGeometry relative="1" x="-0.5598" as="geometry">
            <mxPoint as="offset" />
          </mxGeometry>
        </mxCell>
        <mxCell id="EWZVm-5fwr14g5OJz49k-115" parent="1" style="strokeWidth=2;html=1;shape=mxgraph.flowchart.decision;whiteSpace=wrap;" value="is leftonlysign within distance?" vertex="1">
          <mxGeometry height="100" width="100" x="480" y="2470" as="geometry" />
        </mxCell>
        <mxCell id="EWZVm-5fwr14g5OJz49k-116" edge="1" parent="1" source="EWZVm-5fwr14g5OJz49k-107" style="edgeStyle=orthogonalEdgeStyle;rounded=0;orthogonalLoop=1;jettySize=auto;html=1;exitX=1;exitY=0.5;exitDx=0;exitDy=0;exitPerimeter=0;entryX=0.5;entryY=0;entryDx=0;entryDy=0;entryPerimeter=0;" target="EWZVm-5fwr14g5OJz49k-115">
          <mxGeometry relative="1" as="geometry" />
        </mxCell>
        <mxCell id="EWZVm-5fwr14g5OJz49k-119" connectable="0" parent="EWZVm-5fwr14g5OJz49k-116" style="edgeLabel;html=1;align=center;verticalAlign=middle;resizable=0;points=[];" value="True" vertex="1">
          <mxGeometry relative="1" x="-0.5238" as="geometry">
            <mxPoint as="offset" />
          </mxGeometry>
        </mxCell>
        <mxCell id="EWZVm-5fwr14g5OJz49k-123" edge="1" parent="1" source="EWZVm-5fwr14g5OJz49k-117" style="edgeStyle=orthogonalEdgeStyle;rounded=0;orthogonalLoop=1;jettySize=auto;html=1;exitX=0.5;exitY=1;exitDx=0;exitDy=0;" target="EWZVm-5fwr14g5OJz49k-121">
          <mxGeometry relative="1" as="geometry" />
        </mxCell>
        <mxCell id="EWZVm-5fwr14g5OJz49k-117" parent="1" style="rounded=1;whiteSpace=wrap;html=1;absoluteArcSize=1;arcSize=14;strokeWidth=2;" value="disable lanedetection" vertex="1">
          <mxGeometry height="40" width="100" x="590" y="2570" as="geometry" />
        </mxCell>
        <mxCell id="EWZVm-5fwr14g5OJz49k-124" edge="1" parent="1" source="EWZVm-5fwr14g5OJz49k-121" style="edgeStyle=orthogonalEdgeStyle;rounded=0;orthogonalLoop=1;jettySize=auto;html=1;exitX=0.5;exitY=1;exitDx=0;exitDy=0;" target="EWZVm-5fwr14g5OJz49k-122">
          <mxGeometry relative="1" as="geometry" />
        </mxCell>
        <mxCell id="EWZVm-5fwr14g5OJz49k-121" parent="1" style="rounded=1;whiteSpace=wrap;html=1;absoluteArcSize=1;arcSize=14;strokeWidth=2;" value="set switchlaneonnextbrokenline to true" vertex="1">
          <mxGeometry height="40" width="100" x="590" y="2630" as="geometry" />
        </mxCell>
        <mxCell id="EWZVm-5fwr14g5OJz49k-138" edge="1" parent="1" source="EWZVm-5fwr14g5OJz49k-122" style="edgeStyle=orthogonalEdgeStyle;rounded=0;orthogonalLoop=1;jettySize=auto;html=1;exitX=0.5;exitY=1;exitDx=0;exitDy=0;" target="EWZVm-5fwr14g5OJz49k-125">
          <mxGeometry relative="1" as="geometry">
            <Array as="points">
              <mxPoint x="640" y="2760" />
              <mxPoint x="425" y="2760" />
            </Array>
          </mxGeometry>
        </mxCell>
        <mxCell id="EWZVm-5fwr14g5OJz49k-122" parent="1" style="rounded=1;whiteSpace=wrap;html=1;absoluteArcSize=1;arcSize=14;strokeWidth=2;" value="set turnflag to true" vertex="1">
          <mxGeometry height="40" width="100" x="590" y="2690" as="geometry" />
        </mxCell>
        <mxCell id="EWZVm-5fwr14g5OJz49k-153" edge="1" parent="1" source="EWZVm-5fwr14g5OJz49k-125" style="edgeStyle=orthogonalEdgeStyle;rounded=0;orthogonalLoop=1;jettySize=auto;html=1;exitX=0.5;exitY=1;exitDx=0;exitDy=0;exitPerimeter=0;" target="EWZVm-5fwr14g5OJz49k-142">
          <mxGeometry relative="1" as="geometry" />
        </mxCell>
        <mxCell id="EWZVm-5fwr14g5OJz49k-157" connectable="0" parent="EWZVm-5fwr14g5OJz49k-153" style="edgeLabel;html=1;align=center;verticalAlign=middle;resizable=0;points=[];" value="False" vertex="1">
          <mxGeometry relative="1" x="-0.2375" as="geometry">
            <mxPoint as="offset" />
          </mxGeometry>
        </mxCell>
        <mxCell id="EWZVm-5fwr14g5OJz49k-125" parent="1" style="strokeWidth=2;html=1;shape=mxgraph.flowchart.decision;whiteSpace=wrap;" value="is onewayleftsign variable not none and turnflag is false?" vertex="1">
          <mxGeometry height="100" width="100" x="375" y="2780" as="geometry" />
        </mxCell>
        <mxCell id="EWZVm-5fwr14g5OJz49k-126" edge="1" parent="1" source="EWZVm-5fwr14g5OJz49k-128" style="edgeStyle=orthogonalEdgeStyle;rounded=0;orthogonalLoop=1;jettySize=auto;html=1;exitX=1;exitY=0.5;exitDx=0;exitDy=0;exitPerimeter=0;entryX=0.5;entryY=0;entryDx=0;entryDy=0;" target="EWZVm-5fwr14g5OJz49k-132">
          <mxGeometry relative="1" as="geometry" />
        </mxCell>
        <mxCell id="EWZVm-5fwr14g5OJz49k-127" connectable="0" parent="EWZVm-5fwr14g5OJz49k-126" style="edgeLabel;html=1;align=center;verticalAlign=middle;resizable=0;points=[];" value="True" vertex="1">
          <mxGeometry relative="1" x="-0.4424" y="-1" as="geometry">
            <mxPoint as="offset" />
          </mxGeometry>
        </mxCell>
        <mxCell id="EWZVm-5fwr14g5OJz49k-154" edge="1" parent="1" source="EWZVm-5fwr14g5OJz49k-128" style="edgeStyle=orthogonalEdgeStyle;rounded=0;orthogonalLoop=1;jettySize=auto;html=1;exitX=0.5;exitY=1;exitDx=0;exitDy=0;exitPerimeter=0;" target="EWZVm-5fwr14g5OJz49k-142">
          <mxGeometry relative="1" as="geometry">
            <Array as="points">
              <mxPoint x="530" y="3170" />
              <mxPoint x="425" y="3170" />
            </Array>
          </mxGeometry>
        </mxCell>
        <mxCell id="EWZVm-5fwr14g5OJz49k-156" connectable="0" parent="EWZVm-5fwr14g5OJz49k-154" style="edgeLabel;html=1;align=center;verticalAlign=middle;resizable=0;points=[];" value="False" vertex="1">
          <mxGeometry relative="1" x="-0.561" y="2" as="geometry">
            <mxPoint as="offset" />
          </mxGeometry>
        </mxCell>
        <mxCell id="EWZVm-5fwr14g5OJz49k-128" parent="1" style="strokeWidth=2;html=1;shape=mxgraph.flowchart.decision;whiteSpace=wrap;" value="is onewayleftsign&amp;nbsp;within distance?" vertex="1">
          <mxGeometry height="100" width="100" x="480" y="2880" as="geometry" />
        </mxCell>
        <mxCell id="EWZVm-5fwr14g5OJz49k-129" edge="1" parent="1" source="EWZVm-5fwr14g5OJz49k-125" style="edgeStyle=orthogonalEdgeStyle;rounded=0;orthogonalLoop=1;jettySize=auto;html=1;exitX=1;exitY=0.5;exitDx=0;exitDy=0;exitPerimeter=0;entryX=0.5;entryY=0;entryDx=0;entryDy=0;entryPerimeter=0;" target="EWZVm-5fwr14g5OJz49k-128">
          <mxGeometry relative="1" as="geometry" />
        </mxCell>
        <mxCell id="EWZVm-5fwr14g5OJz49k-130" connectable="0" parent="EWZVm-5fwr14g5OJz49k-129" style="edgeLabel;html=1;align=center;verticalAlign=middle;resizable=0;points=[];" value="True" vertex="1">
          <mxGeometry relative="1" x="-0.5238" as="geometry">
            <mxPoint as="offset" />
          </mxGeometry>
        </mxCell>
        <mxCell id="EWZVm-5fwr14g5OJz49k-131" edge="1" parent="1" source="EWZVm-5fwr14g5OJz49k-132" style="edgeStyle=orthogonalEdgeStyle;rounded=0;orthogonalLoop=1;jettySize=auto;html=1;exitX=0.5;exitY=1;exitDx=0;exitDy=0;" target="EWZVm-5fwr14g5OJz49k-134">
          <mxGeometry relative="1" as="geometry" />
        </mxCell>
        <mxCell id="EWZVm-5fwr14g5OJz49k-132" parent="1" style="rounded=1;whiteSpace=wrap;html=1;absoluteArcSize=1;arcSize=14;strokeWidth=2;" value="disable lanedetection" vertex="1">
          <mxGeometry height="40" width="100" x="590" y="2980" as="geometry" />
        </mxCell>
        <mxCell id="EWZVm-5fwr14g5OJz49k-133" edge="1" parent="1" source="EWZVm-5fwr14g5OJz49k-134" style="edgeStyle=orthogonalEdgeStyle;rounded=0;orthogonalLoop=1;jettySize=auto;html=1;exitX=0.5;exitY=1;exitDx=0;exitDy=0;" target="EWZVm-5fwr14g5OJz49k-135">
          <mxGeometry relative="1" as="geometry" />
        </mxCell>
        <mxCell id="EWZVm-5fwr14g5OJz49k-134" parent="1" style="rounded=1;whiteSpace=wrap;html=1;absoluteArcSize=1;arcSize=14;strokeWidth=2;" value="set switchlaneonnextbrokenline to true" vertex="1">
          <mxGeometry height="40" width="100" x="590" y="3040" as="geometry" />
        </mxCell>
        <mxCell id="EWZVm-5fwr14g5OJz49k-155" edge="1" parent="1" source="EWZVm-5fwr14g5OJz49k-135" style="edgeStyle=orthogonalEdgeStyle;rounded=0;orthogonalLoop=1;jettySize=auto;html=1;exitX=0.5;exitY=1;exitDx=0;exitDy=0;" target="EWZVm-5fwr14g5OJz49k-142">
          <mxGeometry relative="1" as="geometry" />
        </mxCell>
        <mxCell id="EWZVm-5fwr14g5OJz49k-135" parent="1" style="rounded=1;whiteSpace=wrap;html=1;absoluteArcSize=1;arcSize=14;strokeWidth=2;" value="set turnflag to true" vertex="1">
          <mxGeometry height="40" width="100" x="590" y="3100" as="geometry" />
        </mxCell>
        <mxCell id="EWZVm-5fwr14g5OJz49k-159" edge="1" parent="1" source="EWZVm-5fwr14g5OJz49k-142" style="edgeStyle=orthogonalEdgeStyle;rounded=0;orthogonalLoop=1;jettySize=auto;html=1;exitX=0.5;exitY=1;exitDx=0;exitDy=0;exitPerimeter=0;" target="EWZVm-5fwr14g5OJz49k-158">
          <mxGeometry relative="1" as="geometry" />
        </mxCell>
        <mxCell id="EWZVm-5fwr14g5OJz49k-163" connectable="0" parent="EWZVm-5fwr14g5OJz49k-159" style="edgeLabel;html=1;align=center;verticalAlign=middle;resizable=0;points=[];" value="False" vertex="1">
          <mxGeometry relative="1" x="-0.0574" as="geometry">
            <mxPoint as="offset" />
          </mxGeometry>
        </mxCell>
        <mxCell id="EWZVm-5fwr14g5OJz49k-142" parent="1" style="strokeWidth=2;html=1;shape=mxgraph.flowchart.decision;whiteSpace=wrap;" value="is forbiddencarsign variable not none and turnflag is false?" vertex="1">
          <mxGeometry height="100" width="100" x="375" y="3200" as="geometry" />
        </mxCell>
        <mxCell id="EWZVm-5fwr14g5OJz49k-143" edge="1" parent="1" source="EWZVm-5fwr14g5OJz49k-145" style="edgeStyle=orthogonalEdgeStyle;rounded=0;orthogonalLoop=1;jettySize=auto;html=1;exitX=1;exitY=0.5;exitDx=0;exitDy=0;exitPerimeter=0;entryX=0.5;entryY=0;entryDx=0;entryDy=0;" target="EWZVm-5fwr14g5OJz49k-149">
          <mxGeometry relative="1" as="geometry" />
        </mxCell>
        <mxCell id="EWZVm-5fwr14g5OJz49k-144" connectable="0" parent="EWZVm-5fwr14g5OJz49k-143" style="edgeLabel;html=1;align=center;verticalAlign=middle;resizable=0;points=[];" value="True" vertex="1">
          <mxGeometry relative="1" x="-0.4424" y="-1" as="geometry">
            <mxPoint as="offset" />
          </mxGeometry>
        </mxCell>
        <mxCell id="EWZVm-5fwr14g5OJz49k-160" edge="1" parent="1" source="EWZVm-5fwr14g5OJz49k-145" style="edgeStyle=orthogonalEdgeStyle;rounded=0;orthogonalLoop=1;jettySize=auto;html=1;exitX=0.5;exitY=1;exitDx=0;exitDy=0;exitPerimeter=0;" target="EWZVm-5fwr14g5OJz49k-158">
          <mxGeometry relative="1" as="geometry">
            <Array as="points">
              <mxPoint x="530" y="3590" />
              <mxPoint x="425" y="3590" />
            </Array>
          </mxGeometry>
        </mxCell>
        <mxCell id="EWZVm-5fwr14g5OJz49k-162" connectable="0" parent="EWZVm-5fwr14g5OJz49k-160" style="edgeLabel;html=1;align=center;verticalAlign=middle;resizable=0;points=[];" value="False" vertex="1">
          <mxGeometry relative="1" x="-0.5604" as="geometry">
            <mxPoint as="offset" />
          </mxGeometry>
        </mxCell>
        <mxCell id="EWZVm-5fwr14g5OJz49k-145" parent="1" style="strokeWidth=2;html=1;shape=mxgraph.flowchart.decision;whiteSpace=wrap;" value="is forbiddencarsign&amp;nbsp;within distance?" vertex="1">
          <mxGeometry height="100" width="100" x="480" y="3300" as="geometry" />
        </mxCell>
        <mxCell id="EWZVm-5fwr14g5OJz49k-146" edge="1" parent="1" source="EWZVm-5fwr14g5OJz49k-142" style="edgeStyle=orthogonalEdgeStyle;rounded=0;orthogonalLoop=1;jettySize=auto;html=1;exitX=1;exitY=0.5;exitDx=0;exitDy=0;exitPerimeter=0;entryX=0.5;entryY=0;entryDx=0;entryDy=0;entryPerimeter=0;" target="EWZVm-5fwr14g5OJz49k-145">
          <mxGeometry relative="1" as="geometry" />
        </mxCell>
        <mxCell id="EWZVm-5fwr14g5OJz49k-147" connectable="0" parent="EWZVm-5fwr14g5OJz49k-146" style="edgeLabel;html=1;align=center;verticalAlign=middle;resizable=0;points=[];" value="True" vertex="1">
          <mxGeometry relative="1" x="-0.5238" as="geometry">
            <mxPoint as="offset" />
          </mxGeometry>
        </mxCell>
        <mxCell id="EWZVm-5fwr14g5OJz49k-148" edge="1" parent="1" source="EWZVm-5fwr14g5OJz49k-149" style="edgeStyle=orthogonalEdgeStyle;rounded=0;orthogonalLoop=1;jettySize=auto;html=1;exitX=0.5;exitY=1;exitDx=0;exitDy=0;" target="EWZVm-5fwr14g5OJz49k-151">
          <mxGeometry relative="1" as="geometry" />
        </mxCell>
        <mxCell id="EWZVm-5fwr14g5OJz49k-149" parent="1" style="rounded=1;whiteSpace=wrap;html=1;absoluteArcSize=1;arcSize=14;strokeWidth=2;" value="disable lanedetection" vertex="1">
          <mxGeometry height="40" width="100" x="590" y="3400" as="geometry" />
        </mxCell>
        <mxCell id="EWZVm-5fwr14g5OJz49k-150" edge="1" parent="1" source="EWZVm-5fwr14g5OJz49k-151" style="edgeStyle=orthogonalEdgeStyle;rounded=0;orthogonalLoop=1;jettySize=auto;html=1;exitX=0.5;exitY=1;exitDx=0;exitDy=0;" target="EWZVm-5fwr14g5OJz49k-152">
          <mxGeometry relative="1" as="geometry" />
        </mxCell>
        <mxCell id="EWZVm-5fwr14g5OJz49k-151" parent="1" style="rounded=1;whiteSpace=wrap;html=1;absoluteArcSize=1;arcSize=14;strokeWidth=2;" value="set switchlaneonnextbrokenline to true" vertex="1">
          <mxGeometry height="40" width="100" x="590" y="3460" as="geometry" />
        </mxCell>
        <mxCell id="EWZVm-5fwr14g5OJz49k-161" edge="1" parent="1" source="EWZVm-5fwr14g5OJz49k-152" style="edgeStyle=orthogonalEdgeStyle;rounded=0;orthogonalLoop=1;jettySize=auto;html=1;exitX=0.5;exitY=1;exitDx=0;exitDy=0;" target="EWZVm-5fwr14g5OJz49k-158">
          <mxGeometry relative="1" as="geometry" />
        </mxCell>
        <mxCell id="EWZVm-5fwr14g5OJz49k-152" parent="1" style="rounded=1;whiteSpace=wrap;html=1;absoluteArcSize=1;arcSize=14;strokeWidth=2;" value="set turnflag to true" vertex="1">
          <mxGeometry height="40" width="100" x="590" y="3520" as="geometry" />
        </mxCell>
+         <mxCell id="Wiqn0nm4EpwhWcmhCrVL-23" edge="1" parent="1" source="EWZVm-5fwr14g5OJz49k-158" style="edgeStyle=orthogonalEdgeStyle;rounded=0;orthogonalLoop=1;jettySize=auto;html=1;exitX=0.5;exitY=1;exitDx=0;exitDy=0;exitPerimeter=0;" target="Wiqn0nm4EpwhWcmhCrVL-21">
+           <mxGeometry relative="1" as="geometry" />
+         </mxCell>
+         <mxCell id="Wiqn0nm4EpwhWcmhCrVL-24" connectable="0" parent="Wiqn0nm4EpwhWcmhCrVL-23" style="edgeLabel;html=1;align=center;verticalAlign=middle;resizable=0;points=[];" value="False" vertex="1">
+           <mxGeometry relative="1" x="-0.6058" y="1" as="geometry">
+             <mxPoint as="offset" />
+           </mxGeometry>
+         </mxCell>
        <mxCell id="EWZVm-5fwr14g5OJz49k-158" parent="1" style="strokeWidth=2;html=1;shape=mxgraph.flowchart.decision;whiteSpace=wrap;" value="is turnflag True?" vertex="1">
          <mxGeometry height="100" width="100" x="375" y="3620" as="geometry" />
+         </mxCell>
+         <mxCell id="Wiqn0nm4EpwhWcmhCrVL-7" edge="1" parent="1" source="Wiqn0nm4EpwhWcmhCrVL-1" style="edgeStyle=orthogonalEdgeStyle;rounded=0;orthogonalLoop=1;jettySize=auto;html=1;exitX=1;exitY=0.5;exitDx=0;exitDy=0;exitPerimeter=0;entryX=0.5;entryY=0;entryDx=0;entryDy=0;" target="Wiqn0nm4EpwhWcmhCrVL-4">
+           <mxGeometry relative="1" as="geometry" />
+         </mxCell>
+         <mxCell id="Wiqn0nm4EpwhWcmhCrVL-19" connectable="0" parent="Wiqn0nm4EpwhWcmhCrVL-7" style="edgeLabel;html=1;align=center;verticalAlign=middle;resizable=0;points=[];" value="True" vertex="1">
+           <mxGeometry relative="1" x="-0.4704" y="-1" as="geometry">
+             <mxPoint as="offset" />
+           </mxGeometry>
+         </mxCell>
+         <mxCell id="Wiqn0nm4EpwhWcmhCrVL-11" edge="1" parent="1" source="Wiqn0nm4EpwhWcmhCrVL-1" style="edgeStyle=orthogonalEdgeStyle;rounded=0;orthogonalLoop=1;jettySize=auto;html=1;exitX=0.5;exitY=1;exitDx=0;exitDy=0;exitPerimeter=0;" target="Wiqn0nm4EpwhWcmhCrVL-10">
+           <mxGeometry relative="1" as="geometry" />
+         </mxCell>
+         <mxCell id="Wiqn0nm4EpwhWcmhCrVL-20" connectable="0" parent="Wiqn0nm4EpwhWcmhCrVL-11" style="edgeLabel;html=1;align=center;verticalAlign=middle;resizable=0;points=[];" value="False" vertex="1">
+           <mxGeometry relative="1" x="-0.2213" y="1" as="geometry">
+             <mxPoint as="offset" />
+           </mxGeometry>
+         </mxCell>
+         <mxCell id="Wiqn0nm4EpwhWcmhCrVL-1" parent="1" style="strokeWidth=2;html=1;shape=mxgraph.flowchart.decision;whiteSpace=wrap;" value="is turncounter less than or equal to turndelay?" vertex="1">
+           <mxGeometry height="100" width="100" x="480" y="3720" as="geometry" />
+         </mxCell>
+         <mxCell id="Wiqn0nm4EpwhWcmhCrVL-2" edge="1" parent="1" source="EWZVm-5fwr14g5OJz49k-158" style="edgeStyle=orthogonalEdgeStyle;rounded=0;orthogonalLoop=1;jettySize=auto;html=1;exitX=1;exitY=0.5;exitDx=0;exitDy=0;exitPerimeter=0;entryX=0.5;entryY=0;entryDx=0;entryDy=0;entryPerimeter=0;" target="Wiqn0nm4EpwhWcmhCrVL-1">
+           <mxGeometry relative="1" as="geometry" />
+         </mxCell>
+         <mxCell id="Wiqn0nm4EpwhWcmhCrVL-3" connectable="0" parent="Wiqn0nm4EpwhWcmhCrVL-2" style="edgeLabel;html=1;align=center;verticalAlign=middle;resizable=0;points=[];" value="True" vertex="1">
+           <mxGeometry relative="1" x="-0.4069" y="2" as="geometry">
+             <mxPoint as="offset" />
+           </mxGeometry>
+         </mxCell>
+         <mxCell id="Wiqn0nm4EpwhWcmhCrVL-8" edge="1" parent="1" source="Wiqn0nm4EpwhWcmhCrVL-4" style="edgeStyle=orthogonalEdgeStyle;rounded=0;orthogonalLoop=1;jettySize=auto;html=1;exitX=0.5;exitY=1;exitDx=0;exitDy=0;" target="Wiqn0nm4EpwhWcmhCrVL-5">
+           <mxGeometry relative="1" as="geometry" />
+         </mxCell>
+         <mxCell id="Wiqn0nm4EpwhWcmhCrVL-4" parent="1" style="rounded=1;whiteSpace=wrap;html=1;absoluteArcSize=1;arcSize=14;strokeWidth=2;" value="steer to the left" vertex="1">
+           <mxGeometry height="40" width="100" x="590" y="3820" as="geometry" />
+         </mxCell>
+         <mxCell id="Wiqn0nm4EpwhWcmhCrVL-9" edge="1" parent="1" source="Wiqn0nm4EpwhWcmhCrVL-5" style="edgeStyle=orthogonalEdgeStyle;rounded=0;orthogonalLoop=1;jettySize=auto;html=1;exitX=0.5;exitY=1;exitDx=0;exitDy=0;" target="Wiqn0nm4EpwhWcmhCrVL-6">
+           <mxGeometry relative="1" as="geometry" />
+         </mxCell>
+         <mxCell id="Wiqn0nm4EpwhWcmhCrVL-5" parent="1" style="rounded=1;whiteSpace=wrap;html=1;absoluteArcSize=1;arcSize=14;strokeWidth=2;" value="start driving" vertex="1">
+           <mxGeometry height="40" width="100" x="590" y="3880" as="geometry" />
+         </mxCell>
+         <mxCell id="Wiqn0nm4EpwhWcmhCrVL-18" edge="1" parent="1" source="Wiqn0nm4EpwhWcmhCrVL-6" style="edgeStyle=orthogonalEdgeStyle;rounded=0;orthogonalLoop=1;jettySize=auto;html=1;exitX=0.5;exitY=1;exitDx=0;exitDy=0;" target="Wiqn0nm4EpwhWcmhCrVL-10">
+           <mxGeometry relative="1" as="geometry" />
+         </mxCell>
+         <mxCell id="Wiqn0nm4EpwhWcmhCrVL-6" parent="1" style="rounded=1;whiteSpace=wrap;html=1;absoluteArcSize=1;arcSize=14;strokeWidth=2;" value="increase turncounter by 1" vertex="1">
+           <mxGeometry height="40" width="100" x="590" y="3940" as="geometry" />
+         </mxCell>
+         <mxCell id="Wiqn0nm4EpwhWcmhCrVL-14" edge="1" parent="1" source="Wiqn0nm4EpwhWcmhCrVL-10" style="edgeStyle=orthogonalEdgeStyle;rounded=0;orthogonalLoop=1;jettySize=auto;html=1;exitX=0.5;exitY=1;exitDx=0;exitDy=0;" target="Wiqn0nm4EpwhWcmhCrVL-12">
+           <mxGeometry relative="1" as="geometry" />
+         </mxCell>
+         <mxCell id="Wiqn0nm4EpwhWcmhCrVL-10" parent="1" style="rounded=1;whiteSpace=wrap;html=1;absoluteArcSize=1;arcSize=14;strokeWidth=2;" value="enable linedetection" vertex="1">
+           <mxGeometry height="40" width="100" x="480" y="4040" as="geometry" />
+         </mxCell>
+         <mxCell id="Wiqn0nm4EpwhWcmhCrVL-17" edge="1" parent="1" source="Wiqn0nm4EpwhWcmhCrVL-12" style="edgeStyle=orthogonalEdgeStyle;rounded=0;orthogonalLoop=1;jettySize=auto;html=1;exitX=0.5;exitY=1;exitDx=0;exitDy=0;" target="Wiqn0nm4EpwhWcmhCrVL-13">
+           <mxGeometry relative="1" as="geometry" />
+         </mxCell>
+         <mxCell id="Wiqn0nm4EpwhWcmhCrVL-12" parent="1" style="rounded=1;whiteSpace=wrap;html=1;absoluteArcSize=1;arcSize=14;strokeWidth=2;" value="set turnflag to false" vertex="1">
+           <mxGeometry height="40" width="100" x="480" y="4100" as="geometry" />
+         </mxCell>
+         <mxCell id="Wiqn0nm4EpwhWcmhCrVL-22" edge="1" parent="1" source="Wiqn0nm4EpwhWcmhCrVL-13" style="edgeStyle=orthogonalEdgeStyle;rounded=0;orthogonalLoop=1;jettySize=auto;html=1;exitX=0.5;exitY=1;exitDx=0;exitDy=0;" target="Wiqn0nm4EpwhWcmhCrVL-21">
+           <mxGeometry relative="1" as="geometry" />
+         </mxCell>
+         <mxCell id="Wiqn0nm4EpwhWcmhCrVL-13" parent="1" style="rounded=1;whiteSpace=wrap;html=1;absoluteArcSize=1;arcSize=14;strokeWidth=2;" value="reset turncounter to 0" vertex="1">
+           <mxGeometry height="40" width="100" x="480" y="4160" as="geometry" />
+         </mxCell>
+         <mxCell id="Wiqn0nm4EpwhWcmhCrVL-26" edge="1" parent="1" source="Wiqn0nm4EpwhWcmhCrVL-21" style="edgeStyle=orthogonalEdgeStyle;rounded=0;orthogonalLoop=1;jettySize=auto;html=1;exitX=1;exitY=0.5;exitDx=0;exitDy=0;exitPerimeter=0;" target="Wiqn0nm4EpwhWcmhCrVL-25">
+           <mxGeometry relative="1" as="geometry" />
+         </mxCell>
+         <mxCell id="Wiqn0nm4EpwhWcmhCrVL-27" connectable="0" parent="Wiqn0nm4EpwhWcmhCrVL-26" style="edgeLabel;html=1;align=center;verticalAlign=middle;resizable=0;points=[];" value="True" vertex="1">
+           <mxGeometry relative="1" x="-0.4276" y="-2" as="geometry">
+             <mxPoint as="offset" />
+           </mxGeometry>
+         </mxCell>
+         <mxCell id="Wiqn0nm4EpwhWcmhCrVL-34" edge="1" parent="1" source="Wiqn0nm4EpwhWcmhCrVL-21" style="edgeStyle=orthogonalEdgeStyle;rounded=0;orthogonalLoop=1;jettySize=auto;html=1;exitX=0.5;exitY=1;exitDx=0;exitDy=0;exitPerimeter=0;" target="Wiqn0nm4EpwhWcmhCrVL-31">
+           <mxGeometry relative="1" as="geometry" />
+         </mxCell>
+         <mxCell id="Wiqn0nm4EpwhWcmhCrVL-37" connectable="0" parent="Wiqn0nm4EpwhWcmhCrVL-34" style="edgeLabel;html=1;align=center;verticalAlign=middle;resizable=0;points=[];" value="False" vertex="1">
+           <mxGeometry relative="1" x="-0.672" as="geometry">
+             <mxPoint as="offset" />
+           </mxGeometry>
+         </mxCell>
+         <mxCell id="Wiqn0nm4EpwhWcmhCrVL-21" parent="1" style="strokeWidth=2;html=1;shape=mxgraph.flowchart.decision;whiteSpace=wrap;" value="is car variable not none?" vertex="1">
+           <mxGeometry height="100" width="100" x="375" y="4270" as="geometry" />
+         </mxCell>
+         <mxCell id="Wiqn0nm4EpwhWcmhCrVL-30" edge="1" parent="1" source="Wiqn0nm4EpwhWcmhCrVL-25" style="edgeStyle=orthogonalEdgeStyle;rounded=0;orthogonalLoop=1;jettySize=auto;html=1;exitX=1;exitY=0.5;exitDx=0;exitDy=0;exitPerimeter=0;" target="Wiqn0nm4EpwhWcmhCrVL-28">
+           <mxGeometry relative="1" as="geometry" />
+         </mxCell>
+         <mxCell id="Wiqn0nm4EpwhWcmhCrVL-35" connectable="0" parent="Wiqn0nm4EpwhWcmhCrVL-30" style="edgeLabel;html=1;align=center;verticalAlign=middle;resizable=0;points=[];" value="True" vertex="1">
+           <mxGeometry relative="1" x="-0.6872" as="geometry">
+             <mxPoint as="offset" />
+           </mxGeometry>
+         </mxCell>
+         <mxCell id="Wiqn0nm4EpwhWcmhCrVL-33" edge="1" parent="1" source="Wiqn0nm4EpwhWcmhCrVL-25" style="edgeStyle=orthogonalEdgeStyle;rounded=0;orthogonalLoop=1;jettySize=auto;html=1;exitX=0.5;exitY=1;exitDx=0;exitDy=0;exitPerimeter=0;" target="Wiqn0nm4EpwhWcmhCrVL-31">
+           <mxGeometry relative="1" as="geometry">
+             <Array as="points">
+               <mxPoint x="525" y="4560" />
+               <mxPoint x="425" y="4560" />
+             </Array>
+           </mxGeometry>
+         </mxCell>
+         <mxCell id="Wiqn0nm4EpwhWcmhCrVL-36" connectable="0" parent="Wiqn0nm4EpwhWcmhCrVL-33" style="edgeLabel;html=1;align=center;verticalAlign=middle;resizable=0;points=[];" value="False" vertex="1">
+           <mxGeometry relative="1" x="-0.7499" y="1" as="geometry">
+             <mxPoint as="offset" />
+           </mxGeometry>
+         </mxCell>
+         <mxCell id="Wiqn0nm4EpwhWcmhCrVL-25" parent="1" style="strokeWidth=2;html=1;shape=mxgraph.flowchart.decision;whiteSpace=wrap;" value="is car within distance?" vertex="1">
+           <mxGeometry height="100" width="100" x="475" y="4370" as="geometry" />
+         </mxCell>
+         <mxCell id="Wiqn0nm4EpwhWcmhCrVL-32" edge="1" parent="1" source="Wiqn0nm4EpwhWcmhCrVL-28" style="edgeStyle=orthogonalEdgeStyle;rounded=0;orthogonalLoop=1;jettySize=auto;html=1;exitX=0.5;exitY=1;exitDx=0;exitDy=0;" target="Wiqn0nm4EpwhWcmhCrVL-31">
+           <mxGeometry relative="1" as="geometry" />
+         </mxCell>
+         <mxCell id="Wiqn0nm4EpwhWcmhCrVL-28" parent="1" style="rounded=1;whiteSpace=wrap;html=1;absoluteArcSize=1;arcSize=14;strokeWidth=2;" value="set overtakecar to true" vertex="1">
+           <mxGeometry height="40" width="100" x="551" y="4480" as="geometry" />
+         </mxCell>
+         <mxCell id="Wiqn0nm4EpwhWcmhCrVL-31" parent="1" style="strokeWidth=2;html=1;shape=mxgraph.flowchart.decision;whiteSpace=wrap;" value="" vertex="1">
+           <mxGeometry height="100" width="100" x="375" y="4600" as="geometry" />
        </mxCell>
      </root>
    </mxGraphModel>
  </diagram>
</mxfile>
